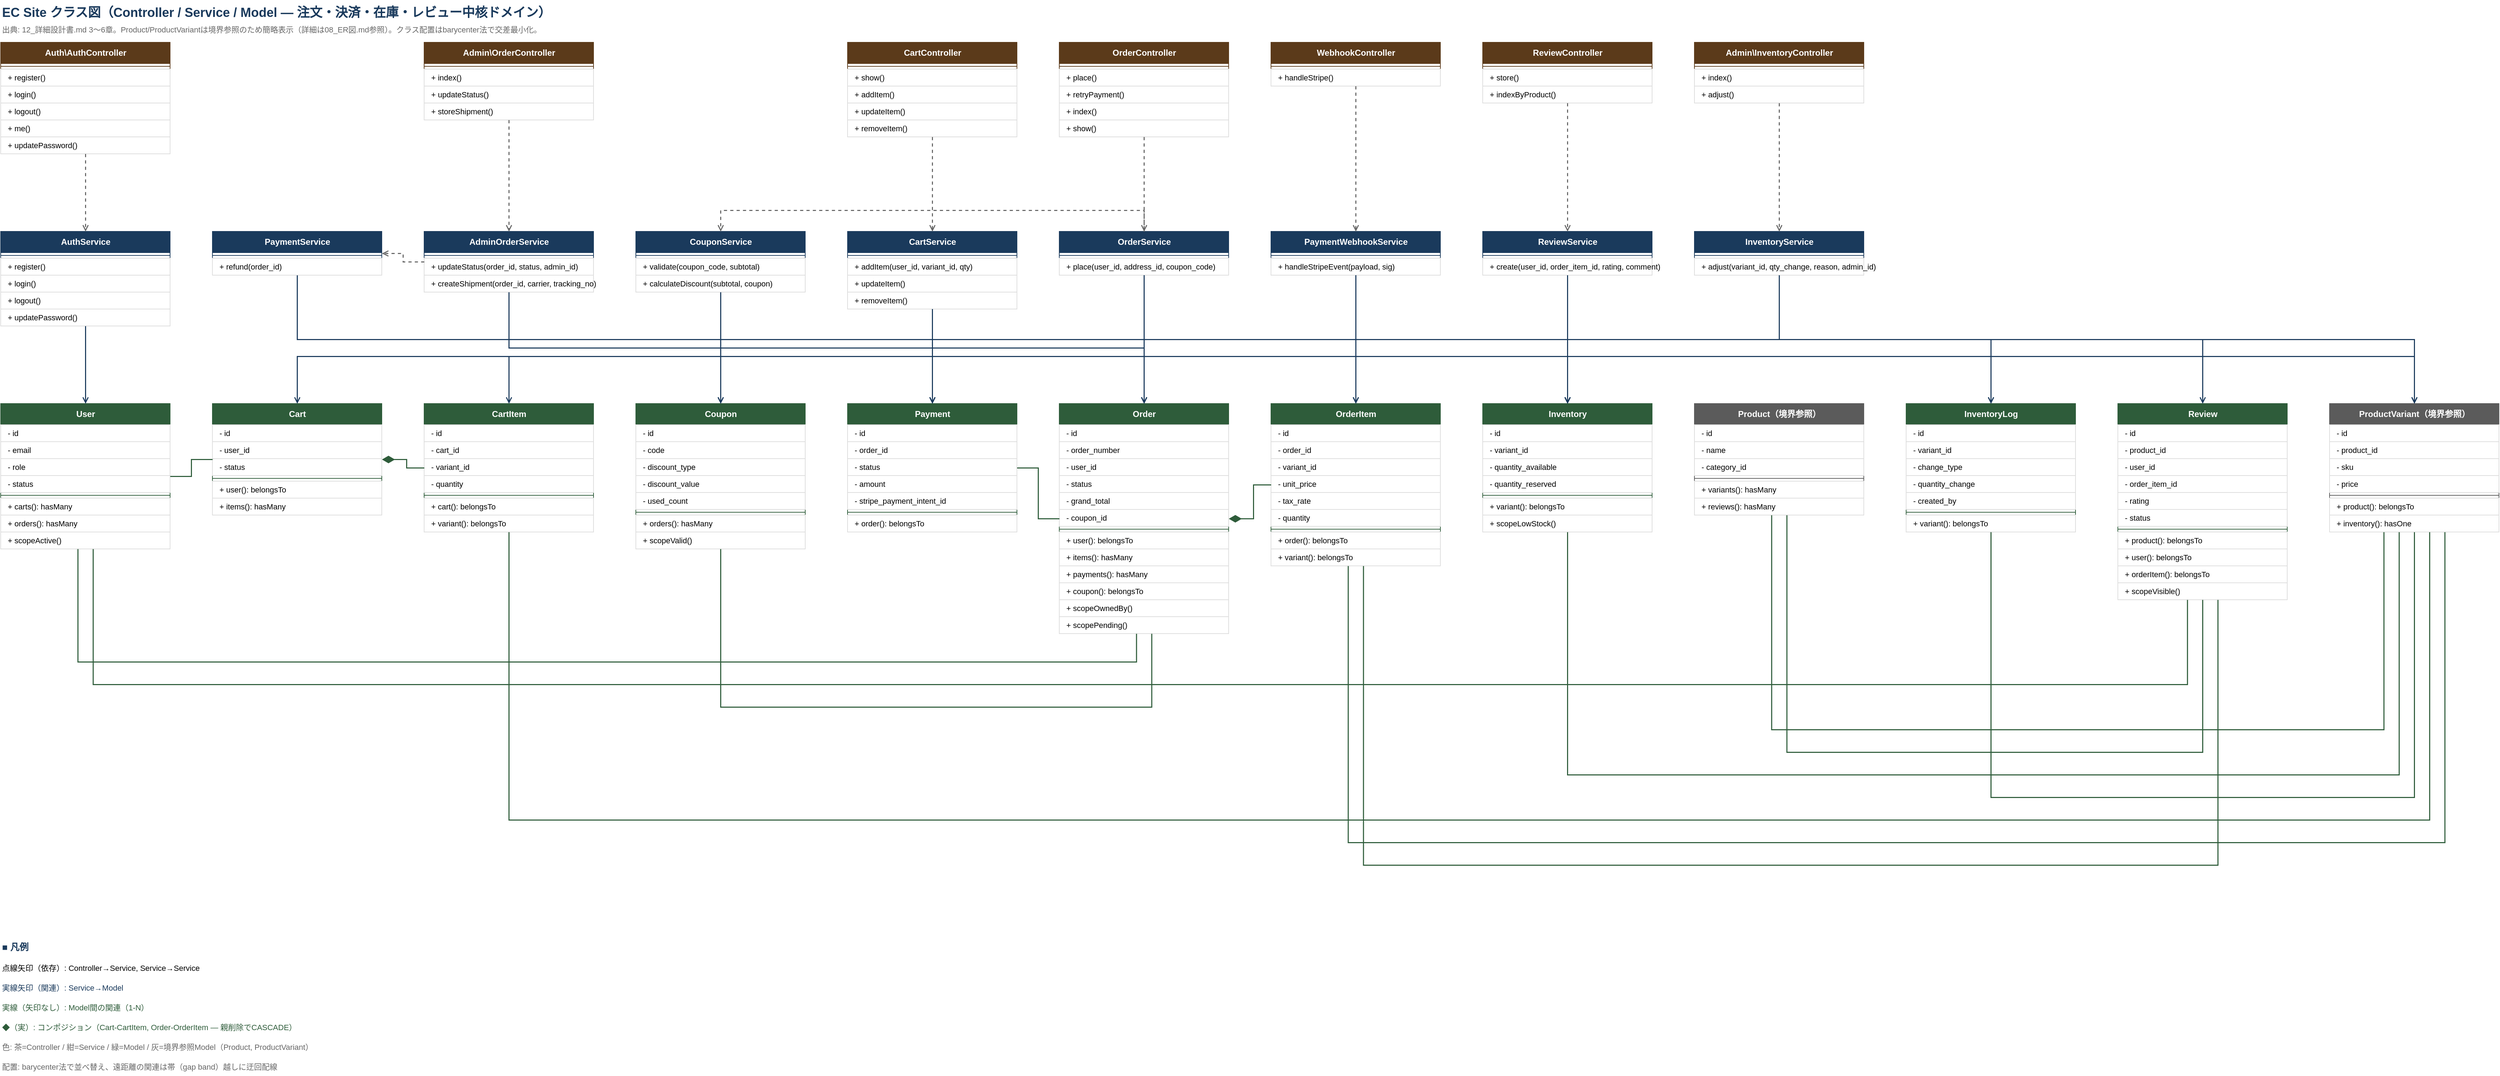
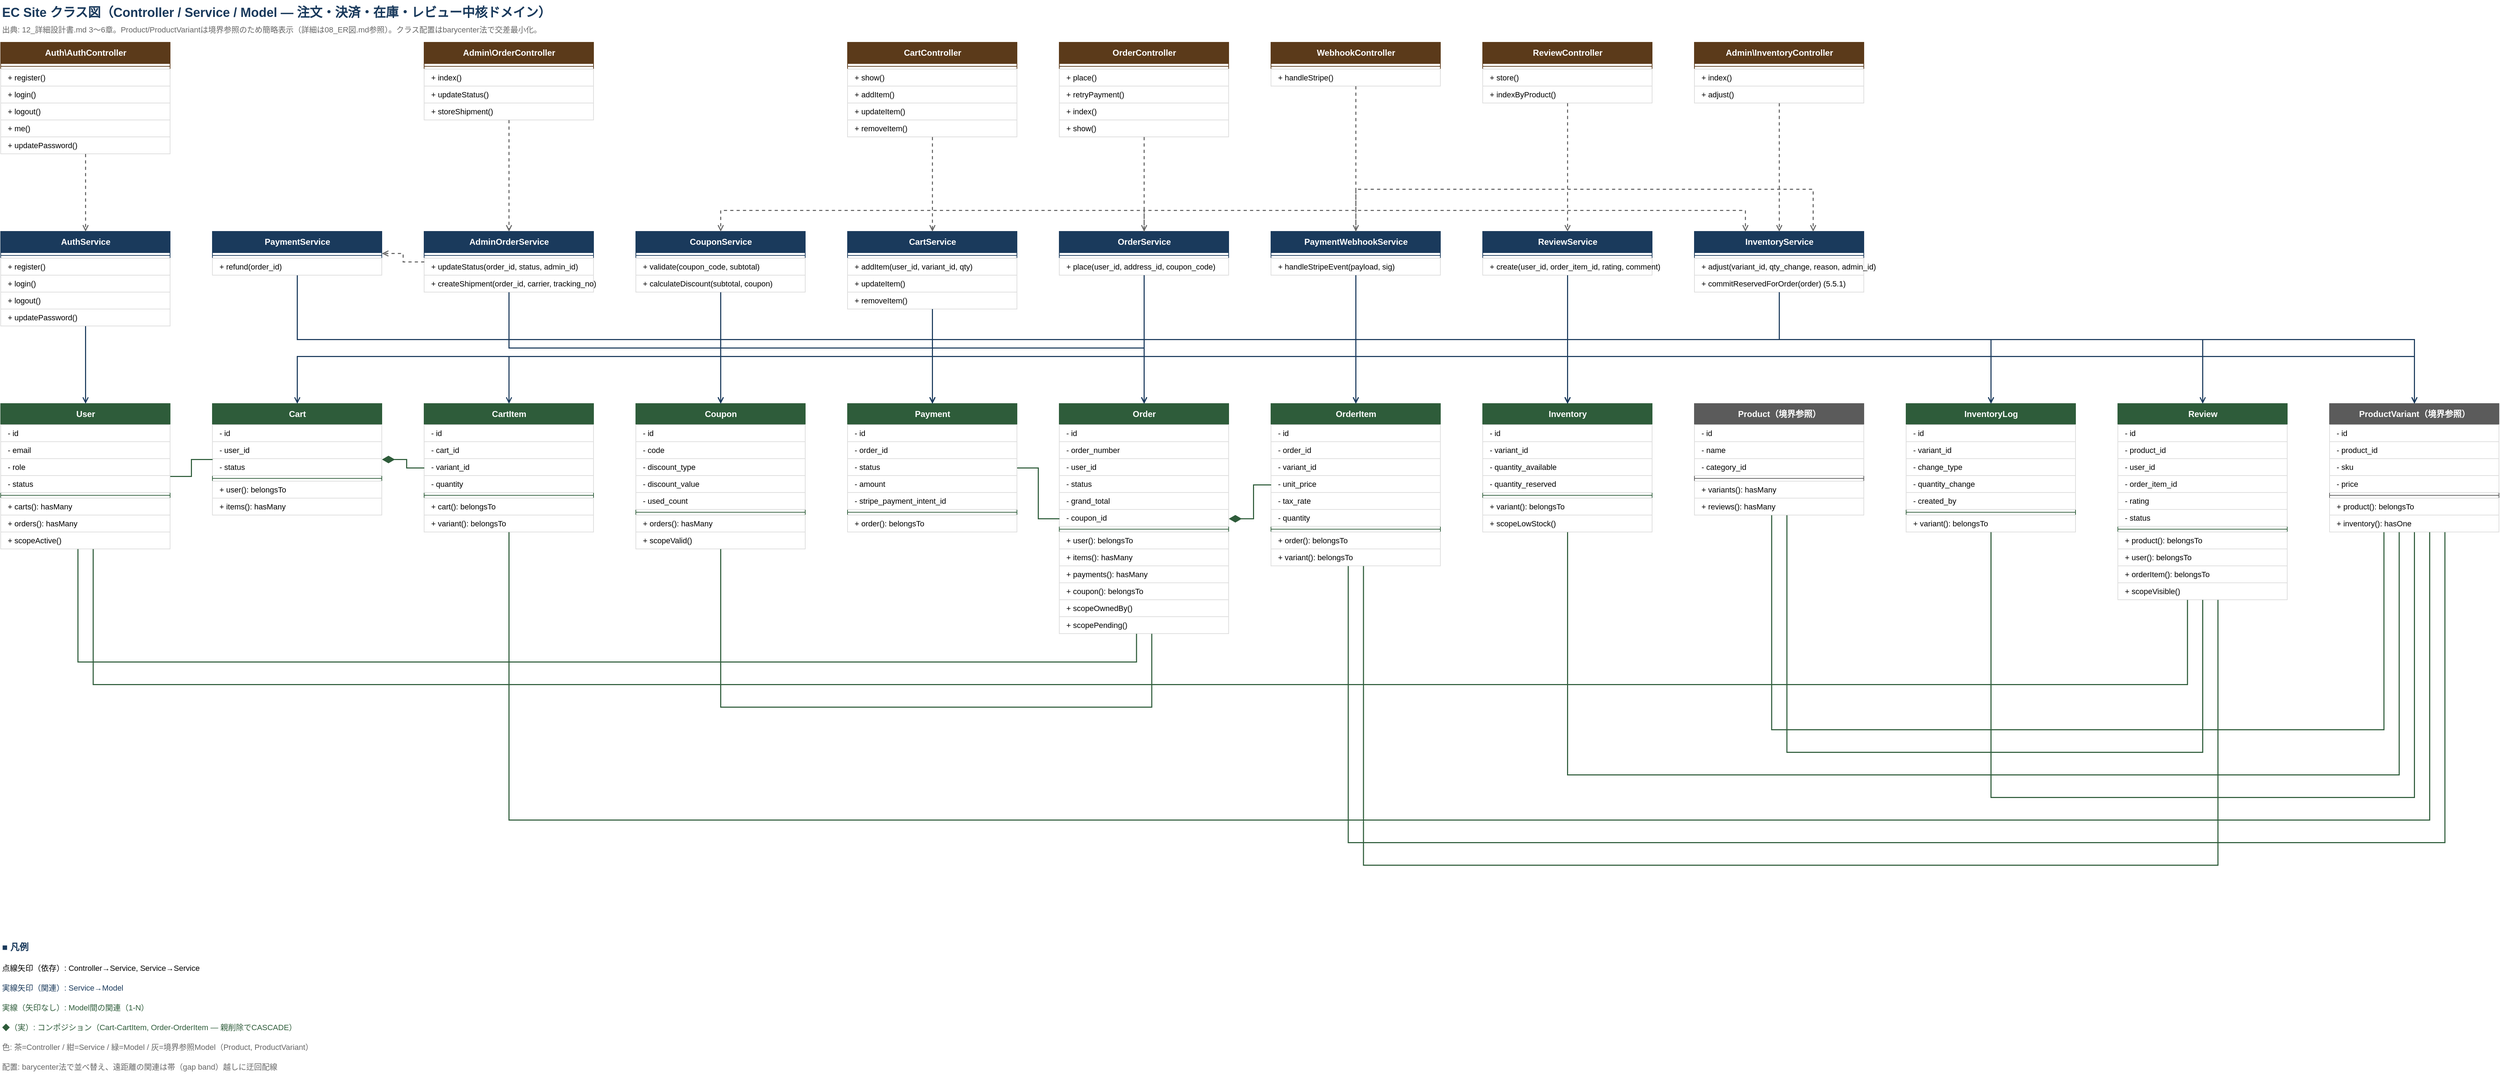
<mxfile host="claude-code">
    <diagram id="ec-site-class-v2" name="クラス図">
        <mxGraphModel dx="1800" dy="1300" grid="1" gridSize="10" guides="1" tooltips="1" connect="1" arrows="1" fold="1" page="1" pageScale="1" pageWidth="3620" pageHeight="1560" math="0" shadow="0">
            <root>
                <mxCell id="0"/>
                <mxCell id="1" parent="0"/>
        <mxCell id="title" value="EC Site クラス図（Controller / Service / Model — 注文・決済・在庫・レビュー中核ドメイン）" style="text;html=1;fontSize=18;fontStyle=1;fontColor=#1a3a5c;align=left;verticalAlign=middle;" vertex="1" parent="1">
          <mxGeometry x="40" y="10" width="1100" height="36" as="geometry"/>
        </mxCell>
        <mxCell id="subtitle" value="出典: 12_詳細設計書.md 3〜6章。Product/ProductVariantは境界参照のため簡略表示（詳細は08_ER図.md参照）。クラス配置はbarycenter法で交差最小化。" style="text;html=1;fontSize=11;fontColor=#666666;align=left;verticalAlign=middle;" vertex="1" parent="1">
          <mxGeometry x="40" y="42" width="1100" height="20" as="geometry"/>
        </mxCell>
        <mxCell id="AuthController" value="Auth\AuthController" style="swimlane;html=1;startSize=30;fillColor=#5b3a1a;fontColor=#ffffff;fontStyle=1;fontSize=12;strokeColor=#5b3a1a;swimlaneFillColor=#ffffff;rounded=0;" vertex="1" parent="1">
          <mxGeometry x="40" y="70" width="240" height="158" as="geometry"/>
        </mxCell>
        <mxCell id="AuthController_div" value="" style="line;strokeWidth=1;html=1;fillColor=none;strokeColor=#5b3a1a;" vertex="1" parent="AuthController">
          <mxGeometry y="30" width="240" height="8" as="geometry"/>
        </mxCell>
        <mxCell id="AuthController_m0" value="+ register()" style="rounded=0;whiteSpace=nowrap;html=1;align=left;verticalAlign=middle;spacingLeft=8;fontSize=11;fillColor=#ffffff;strokeColor=#dddddd;" vertex="1" parent="AuthController">
          <mxGeometry y="38" width="240" height="24" as="geometry"/>
        </mxCell>
        <mxCell id="AuthController_m1" value="+ login()" style="rounded=0;whiteSpace=nowrap;html=1;align=left;verticalAlign=middle;spacingLeft=8;fontSize=11;fillColor=#ffffff;strokeColor=#dddddd;" vertex="1" parent="AuthController">
          <mxGeometry y="62" width="240" height="24" as="geometry"/>
        </mxCell>
        <mxCell id="AuthController_m2" value="+ logout()" style="rounded=0;whiteSpace=nowrap;html=1;align=left;verticalAlign=middle;spacingLeft=8;fontSize=11;fillColor=#ffffff;strokeColor=#dddddd;" vertex="1" parent="AuthController">
          <mxGeometry y="86" width="240" height="24" as="geometry"/>
        </mxCell>
        <mxCell id="AuthController_m3" value="+ me()" style="rounded=0;whiteSpace=nowrap;html=1;align=left;verticalAlign=middle;spacingLeft=8;fontSize=11;fillColor=#ffffff;strokeColor=#dddddd;" vertex="1" parent="AuthController">
          <mxGeometry y="110" width="240" height="24" as="geometry"/>
        </mxCell>
        <mxCell id="AuthController_m4" value="+ updatePassword()" style="rounded=0;whiteSpace=nowrap;html=1;align=left;verticalAlign=middle;spacingLeft=8;fontSize=11;fillColor=#ffffff;strokeColor=#dddddd;" vertex="1" parent="AuthController">
          <mxGeometry y="134" width="240" height="24" as="geometry"/>
        </mxCell>
        <mxCell id="CartController" value="CartController" style="swimlane;html=1;startSize=30;fillColor=#5b3a1a;fontColor=#ffffff;fontStyle=1;fontSize=12;strokeColor=#5b3a1a;swimlaneFillColor=#ffffff;rounded=0;" vertex="1" parent="1">
          <mxGeometry x="1240" y="70" width="240" height="134" as="geometry"/>
        </mxCell>
        <mxCell id="CartController_div" value="" style="line;strokeWidth=1;html=1;fillColor=none;strokeColor=#5b3a1a;" vertex="1" parent="CartController">
          <mxGeometry y="30" width="240" height="8" as="geometry"/>
        </mxCell>
        <mxCell id="CartController_m0" value="+ show()" style="rounded=0;whiteSpace=nowrap;html=1;align=left;verticalAlign=middle;spacingLeft=8;fontSize=11;fillColor=#ffffff;strokeColor=#dddddd;" vertex="1" parent="CartController">
          <mxGeometry y="38" width="240" height="24" as="geometry"/>
        </mxCell>
        <mxCell id="CartController_m1" value="+ addItem()" style="rounded=0;whiteSpace=nowrap;html=1;align=left;verticalAlign=middle;spacingLeft=8;fontSize=11;fillColor=#ffffff;strokeColor=#dddddd;" vertex="1" parent="CartController">
          <mxGeometry y="62" width="240" height="24" as="geometry"/>
        </mxCell>
        <mxCell id="CartController_m2" value="+ updateItem()" style="rounded=0;whiteSpace=nowrap;html=1;align=left;verticalAlign=middle;spacingLeft=8;fontSize=11;fillColor=#ffffff;strokeColor=#dddddd;" vertex="1" parent="CartController">
          <mxGeometry y="86" width="240" height="24" as="geometry"/>
        </mxCell>
        <mxCell id="CartController_m3" value="+ removeItem()" style="rounded=0;whiteSpace=nowrap;html=1;align=left;verticalAlign=middle;spacingLeft=8;fontSize=11;fillColor=#ffffff;strokeColor=#dddddd;" vertex="1" parent="CartController">
          <mxGeometry y="110" width="240" height="24" as="geometry"/>
        </mxCell>
        <mxCell id="OrderController" value="OrderController" style="swimlane;html=1;startSize=30;fillColor=#5b3a1a;fontColor=#ffffff;fontStyle=1;fontSize=12;strokeColor=#5b3a1a;swimlaneFillColor=#ffffff;rounded=0;" vertex="1" parent="1">
          <mxGeometry x="1540" y="70" width="240" height="134" as="geometry"/>
        </mxCell>
        <mxCell id="OrderController_div" value="" style="line;strokeWidth=1;html=1;fillColor=none;strokeColor=#5b3a1a;" vertex="1" parent="OrderController">
          <mxGeometry y="30" width="240" height="8" as="geometry"/>
        </mxCell>
        <mxCell id="OrderController_m0" value="+ place()" style="rounded=0;whiteSpace=nowrap;html=1;align=left;verticalAlign=middle;spacingLeft=8;fontSize=11;fillColor=#ffffff;strokeColor=#dddddd;" vertex="1" parent="OrderController">
          <mxGeometry y="38" width="240" height="24" as="geometry"/>
        </mxCell>
        <mxCell id="OrderController_m1" value="+ retryPayment()" style="rounded=0;whiteSpace=nowrap;html=1;align=left;verticalAlign=middle;spacingLeft=8;fontSize=11;fillColor=#ffffff;strokeColor=#dddddd;" vertex="1" parent="OrderController">
          <mxGeometry y="62" width="240" height="24" as="geometry"/>
        </mxCell>
        <mxCell id="OrderController_m2" value="+ index()" style="rounded=0;whiteSpace=nowrap;html=1;align=left;verticalAlign=middle;spacingLeft=8;fontSize=11;fillColor=#ffffff;strokeColor=#dddddd;" vertex="1" parent="OrderController">
          <mxGeometry y="86" width="240" height="24" as="geometry"/>
        </mxCell>
        <mxCell id="OrderController_m3" value="+ show()" style="rounded=0;whiteSpace=nowrap;html=1;align=left;verticalAlign=middle;spacingLeft=8;fontSize=11;fillColor=#ffffff;strokeColor=#dddddd;" vertex="1" parent="OrderController">
          <mxGeometry y="110" width="240" height="24" as="geometry"/>
        </mxCell>
        <mxCell id="WebhookController" value="WebhookController" style="swimlane;html=1;startSize=30;fillColor=#5b3a1a;fontColor=#ffffff;fontStyle=1;fontSize=12;strokeColor=#5b3a1a;swimlaneFillColor=#ffffff;rounded=0;" vertex="1" parent="1">
          <mxGeometry x="1840" y="70" width="240" height="62" as="geometry"/>
        </mxCell>
        <mxCell id="WebhookController_div" value="" style="line;strokeWidth=1;html=1;fillColor=none;strokeColor=#5b3a1a;" vertex="1" parent="WebhookController">
          <mxGeometry y="30" width="240" height="8" as="geometry"/>
        </mxCell>
        <mxCell id="WebhookController_m0" value="+ handleStripe()" style="rounded=0;whiteSpace=nowrap;html=1;align=left;verticalAlign=middle;spacingLeft=8;fontSize=11;fillColor=#ffffff;strokeColor=#dddddd;" vertex="1" parent="WebhookController">
          <mxGeometry y="38" width="240" height="24" as="geometry"/>
        </mxCell>
        <mxCell id="ReviewController" value="ReviewController" style="swimlane;html=1;startSize=30;fillColor=#5b3a1a;fontColor=#ffffff;fontStyle=1;fontSize=12;strokeColor=#5b3a1a;swimlaneFillColor=#ffffff;rounded=0;" vertex="1" parent="1">
          <mxGeometry x="2140" y="70" width="240" height="86" as="geometry"/>
        </mxCell>
        <mxCell id="ReviewController_div" value="" style="line;strokeWidth=1;html=1;fillColor=none;strokeColor=#5b3a1a;" vertex="1" parent="ReviewController">
          <mxGeometry y="30" width="240" height="8" as="geometry"/>
        </mxCell>
        <mxCell id="ReviewController_m0" value="+ store()" style="rounded=0;whiteSpace=nowrap;html=1;align=left;verticalAlign=middle;spacingLeft=8;fontSize=11;fillColor=#ffffff;strokeColor=#dddddd;" vertex="1" parent="ReviewController">
          <mxGeometry y="38" width="240" height="24" as="geometry"/>
        </mxCell>
        <mxCell id="ReviewController_m1" value="+ indexByProduct()" style="rounded=0;whiteSpace=nowrap;html=1;align=left;verticalAlign=middle;spacingLeft=8;fontSize=11;fillColor=#ffffff;strokeColor=#dddddd;" vertex="1" parent="ReviewController">
          <mxGeometry y="62" width="240" height="24" as="geometry"/>
        </mxCell>
        <mxCell id="AdminInventoryController" value="Admin\InventoryController" style="swimlane;html=1;startSize=30;fillColor=#5b3a1a;fontColor=#ffffff;fontStyle=1;fontSize=12;strokeColor=#5b3a1a;swimlaneFillColor=#ffffff;rounded=0;" vertex="1" parent="1">
          <mxGeometry x="2440" y="70" width="240" height="86" as="geometry"/>
        </mxCell>
        <mxCell id="AdminInventoryController_div" value="" style="line;strokeWidth=1;html=1;fillColor=none;strokeColor=#5b3a1a;" vertex="1" parent="AdminInventoryController">
          <mxGeometry y="30" width="240" height="8" as="geometry"/>
        </mxCell>
        <mxCell id="AdminInventoryController_m0" value="+ index()" style="rounded=0;whiteSpace=nowrap;html=1;align=left;verticalAlign=middle;spacingLeft=8;fontSize=11;fillColor=#ffffff;strokeColor=#dddddd;" vertex="1" parent="AdminInventoryController">
          <mxGeometry y="38" width="240" height="24" as="geometry"/>
        </mxCell>
        <mxCell id="AdminInventoryController_m1" value="+ adjust()" style="rounded=0;whiteSpace=nowrap;html=1;align=left;verticalAlign=middle;spacingLeft=8;fontSize=11;fillColor=#ffffff;strokeColor=#dddddd;" vertex="1" parent="AdminInventoryController">
          <mxGeometry y="62" width="240" height="24" as="geometry"/>
        </mxCell>
        <mxCell id="AdminOrderController" value="Admin\OrderController" style="swimlane;html=1;startSize=30;fillColor=#5b3a1a;fontColor=#ffffff;fontStyle=1;fontSize=12;strokeColor=#5b3a1a;swimlaneFillColor=#ffffff;rounded=0;" vertex="1" parent="1">
          <mxGeometry x="640" y="70" width="240" height="110" as="geometry"/>
        </mxCell>
        <mxCell id="AdminOrderController_div" value="" style="line;strokeWidth=1;html=1;fillColor=none;strokeColor=#5b3a1a;" vertex="1" parent="AdminOrderController">
          <mxGeometry y="30" width="240" height="8" as="geometry"/>
        </mxCell>
        <mxCell id="AdminOrderController_m0" value="+ index()" style="rounded=0;whiteSpace=nowrap;html=1;align=left;verticalAlign=middle;spacingLeft=8;fontSize=11;fillColor=#ffffff;strokeColor=#dddddd;" vertex="1" parent="AdminOrderController">
          <mxGeometry y="38" width="240" height="24" as="geometry"/>
        </mxCell>
        <mxCell id="AdminOrderController_m1" value="+ updateStatus()" style="rounded=0;whiteSpace=nowrap;html=1;align=left;verticalAlign=middle;spacingLeft=8;fontSize=11;fillColor=#ffffff;strokeColor=#dddddd;" vertex="1" parent="AdminOrderController">
          <mxGeometry y="62" width="240" height="24" as="geometry"/>
        </mxCell>
        <mxCell id="AdminOrderController_m2" value="+ storeShipment()" style="rounded=0;whiteSpace=nowrap;html=1;align=left;verticalAlign=middle;spacingLeft=8;fontSize=11;fillColor=#ffffff;strokeColor=#dddddd;" vertex="1" parent="AdminOrderController">
          <mxGeometry y="86" width="240" height="24" as="geometry"/>
        </mxCell>
        <mxCell id="AuthService" value="AuthService" style="swimlane;html=1;startSize=30;fillColor=#1a3a5c;fontColor=#ffffff;fontStyle=1;fontSize=12;strokeColor=#1a3a5c;swimlaneFillColor=#ffffff;rounded=0;" vertex="1" parent="1">
          <mxGeometry x="40" y="338" width="240" height="134" as="geometry"/>
        </mxCell>
        <mxCell id="AuthService_div" value="" style="line;strokeWidth=1;html=1;fillColor=none;strokeColor=#1a3a5c;" vertex="1" parent="AuthService">
          <mxGeometry y="30" width="240" height="8" as="geometry"/>
        </mxCell>
        <mxCell id="AuthService_m0" value="+ register()" style="rounded=0;whiteSpace=nowrap;html=1;align=left;verticalAlign=middle;spacingLeft=8;fontSize=11;fillColor=#ffffff;strokeColor=#dddddd;" vertex="1" parent="AuthService">
          <mxGeometry y="38" width="240" height="24" as="geometry"/>
        </mxCell>
        <mxCell id="AuthService_m1" value="+ login()" style="rounded=0;whiteSpace=nowrap;html=1;align=left;verticalAlign=middle;spacingLeft=8;fontSize=11;fillColor=#ffffff;strokeColor=#dddddd;" vertex="1" parent="AuthService">
          <mxGeometry y="62" width="240" height="24" as="geometry"/>
        </mxCell>
        <mxCell id="AuthService_m2" value="+ logout()" style="rounded=0;whiteSpace=nowrap;html=1;align=left;verticalAlign=middle;spacingLeft=8;fontSize=11;fillColor=#ffffff;strokeColor=#dddddd;" vertex="1" parent="AuthService">
          <mxGeometry y="86" width="240" height="24" as="geometry"/>
        </mxCell>
        <mxCell id="AuthService_m3" value="+ updatePassword()" style="rounded=0;whiteSpace=nowrap;html=1;align=left;verticalAlign=middle;spacingLeft=8;fontSize=11;fillColor=#ffffff;strokeColor=#dddddd;" vertex="1" parent="AuthService">
          <mxGeometry y="110" width="240" height="24" as="geometry"/>
        </mxCell>
        <mxCell id="CartService" value="CartService" style="swimlane;html=1;startSize=30;fillColor=#1a3a5c;fontColor=#ffffff;fontStyle=1;fontSize=12;strokeColor=#1a3a5c;swimlaneFillColor=#ffffff;rounded=0;" vertex="1" parent="1">
          <mxGeometry x="1240" y="338" width="240" height="110" as="geometry"/>
        </mxCell>
        <mxCell id="CartService_div" value="" style="line;strokeWidth=1;html=1;fillColor=none;strokeColor=#1a3a5c;" vertex="1" parent="CartService">
          <mxGeometry y="30" width="240" height="8" as="geometry"/>
        </mxCell>
        <mxCell id="CartService_m0" value="+ addItem(user_id, variant_id, qty)" style="rounded=0;whiteSpace=nowrap;html=1;align=left;verticalAlign=middle;spacingLeft=8;fontSize=11;fillColor=#ffffff;strokeColor=#dddddd;" vertex="1" parent="CartService">
          <mxGeometry y="38" width="240" height="24" as="geometry"/>
        </mxCell>
        <mxCell id="CartService_m1" value="+ updateItem()" style="rounded=0;whiteSpace=nowrap;html=1;align=left;verticalAlign=middle;spacingLeft=8;fontSize=11;fillColor=#ffffff;strokeColor=#dddddd;" vertex="1" parent="CartService">
          <mxGeometry y="62" width="240" height="24" as="geometry"/>
        </mxCell>
        <mxCell id="CartService_m2" value="+ removeItem()" style="rounded=0;whiteSpace=nowrap;html=1;align=left;verticalAlign=middle;spacingLeft=8;fontSize=11;fillColor=#ffffff;strokeColor=#dddddd;" vertex="1" parent="CartService">
          <mxGeometry y="86" width="240" height="24" as="geometry"/>
        </mxCell>
        <mxCell id="OrderService" value="OrderService" style="swimlane;html=1;startSize=30;fillColor=#1a3a5c;fontColor=#ffffff;fontStyle=1;fontSize=12;strokeColor=#1a3a5c;swimlaneFillColor=#ffffff;rounded=0;" vertex="1" parent="1">
          <mxGeometry x="1540" y="338" width="240" height="62" as="geometry"/>
        </mxCell>
        <mxCell id="OrderService_div" value="" style="line;strokeWidth=1;html=1;fillColor=none;strokeColor=#1a3a5c;" vertex="1" parent="OrderService">
          <mxGeometry y="30" width="240" height="8" as="geometry"/>
        </mxCell>
        <mxCell id="OrderService_m0" value="+ place(user_id, address_id, coupon_code)" style="rounded=0;whiteSpace=nowrap;html=1;align=left;verticalAlign=middle;spacingLeft=8;fontSize=11;fillColor=#ffffff;strokeColor=#dddddd;" vertex="1" parent="OrderService">
          <mxGeometry y="38" width="240" height="24" as="geometry"/>
        </mxCell>
        <mxCell id="PaymentWebhookService" value="PaymentWebhookService" style="swimlane;html=1;startSize=30;fillColor=#1a3a5c;fontColor=#ffffff;fontStyle=1;fontSize=12;strokeColor=#1a3a5c;swimlaneFillColor=#ffffff;rounded=0;" vertex="1" parent="1">
          <mxGeometry x="1840" y="338" width="240" height="62" as="geometry"/>
        </mxCell>
        <mxCell id="PaymentWebhookService_div" value="" style="line;strokeWidth=1;html=1;fillColor=none;strokeColor=#1a3a5c;" vertex="1" parent="PaymentWebhookService">
          <mxGeometry y="30" width="240" height="8" as="geometry"/>
        </mxCell>
        <mxCell id="PaymentWebhookService_m0" value="+ handleStripeEvent(payload, sig)" style="rounded=0;whiteSpace=nowrap;html=1;align=left;verticalAlign=middle;spacingLeft=8;fontSize=11;fillColor=#ffffff;strokeColor=#dddddd;" vertex="1" parent="PaymentWebhookService">
          <mxGeometry y="38" width="240" height="24" as="geometry"/>
        </mxCell>
        <mxCell id="ReviewService" value="ReviewService" style="swimlane;html=1;startSize=30;fillColor=#1a3a5c;fontColor=#ffffff;fontStyle=1;fontSize=12;strokeColor=#1a3a5c;swimlaneFillColor=#ffffff;rounded=0;" vertex="1" parent="1">
          <mxGeometry x="2140" y="338" width="240" height="62" as="geometry"/>
        </mxCell>
        <mxCell id="ReviewService_div" value="" style="line;strokeWidth=1;html=1;fillColor=none;strokeColor=#1a3a5c;" vertex="1" parent="ReviewService">
          <mxGeometry y="30" width="240" height="8" as="geometry"/>
        </mxCell>
        <mxCell id="ReviewService_m0" value="+ create(user_id, order_item_id, rating, comment)" style="rounded=0;whiteSpace=nowrap;html=1;align=left;verticalAlign=middle;spacingLeft=8;fontSize=11;fillColor=#ffffff;strokeColor=#dddddd;" vertex="1" parent="ReviewService">
          <mxGeometry y="38" width="240" height="24" as="geometry"/>
        </mxCell>
        <mxCell id="InventoryService" value="InventoryService" style="swimlane;html=1;startSize=30;fillColor=#1a3a5c;fontColor=#ffffff;fontStyle=1;fontSize=12;strokeColor=#1a3a5c;swimlaneFillColor=#ffffff;rounded=0;" vertex="1" parent="1">
-           <mxGeometry x="2440" y="338" width="240" height="62" as="geometry"/>
+           <mxGeometry x="2440" y="338" width="240" height="86" as="geometry"/>
        </mxCell>
        <mxCell id="InventoryService_div" value="" style="line;strokeWidth=1;html=1;fillColor=none;strokeColor=#1a3a5c;" vertex="1" parent="InventoryService">
          <mxGeometry y="30" width="240" height="8" as="geometry"/>
        </mxCell>
        <mxCell id="InventoryService_m0" value="+ adjust(variant_id, qty_change, reason, admin_id)" style="rounded=0;whiteSpace=nowrap;html=1;align=left;verticalAlign=middle;spacingLeft=8;fontSize=11;fillColor=#ffffff;strokeColor=#dddddd;" vertex="1" parent="InventoryService">
          <mxGeometry y="38" width="240" height="24" as="geometry"/>
+         </mxCell>
+         <mxCell id="InventoryService_m1" value="+ commitReservedForOrder(order)  (5.5.1)" style="rounded=0;whiteSpace=nowrap;html=1;align=left;verticalAlign=middle;spacingLeft=8;fontSize=11;fillColor=#ffffff;strokeColor=#dddddd;" vertex="1" parent="InventoryService">
+           <mxGeometry y="62" width="240" height="24" as="geometry"/>
        </mxCell>
        <mxCell id="AdminOrderService" value="AdminOrderService" style="swimlane;html=1;startSize=30;fillColor=#1a3a5c;fontColor=#ffffff;fontStyle=1;fontSize=12;strokeColor=#1a3a5c;swimlaneFillColor=#ffffff;rounded=0;" vertex="1" parent="1">
          <mxGeometry x="640" y="338" width="240" height="86" as="geometry"/>
        </mxCell>
        <mxCell id="AdminOrderService_div" value="" style="line;strokeWidth=1;html=1;fillColor=none;strokeColor=#1a3a5c;" vertex="1" parent="AdminOrderService">
          <mxGeometry y="30" width="240" height="8" as="geometry"/>
        </mxCell>
        <mxCell id="AdminOrderService_m0" value="+ updateStatus(order_id, status, admin_id)" style="rounded=0;whiteSpace=nowrap;html=1;align=left;verticalAlign=middle;spacingLeft=8;fontSize=11;fillColor=#ffffff;strokeColor=#dddddd;" vertex="1" parent="AdminOrderService">
          <mxGeometry y="38" width="240" height="24" as="geometry"/>
        </mxCell>
        <mxCell id="AdminOrderService_m1" value="+ createShipment(order_id, carrier, tracking_no)" style="rounded=0;whiteSpace=nowrap;html=1;align=left;verticalAlign=middle;spacingLeft=8;fontSize=11;fillColor=#ffffff;strokeColor=#dddddd;" vertex="1" parent="AdminOrderService">
          <mxGeometry y="62" width="240" height="24" as="geometry"/>
        </mxCell>
        <mxCell id="CouponService" value="CouponService" style="swimlane;html=1;startSize=30;fillColor=#1a3a5c;fontColor=#ffffff;fontStyle=1;fontSize=12;strokeColor=#1a3a5c;swimlaneFillColor=#ffffff;rounded=0;" vertex="1" parent="1">
          <mxGeometry x="940" y="338" width="240" height="86" as="geometry"/>
        </mxCell>
        <mxCell id="CouponService_div" value="" style="line;strokeWidth=1;html=1;fillColor=none;strokeColor=#1a3a5c;" vertex="1" parent="CouponService">
          <mxGeometry y="30" width="240" height="8" as="geometry"/>
        </mxCell>
        <mxCell id="CouponService_m0" value="+ validate(coupon_code, subtotal)" style="rounded=0;whiteSpace=nowrap;html=1;align=left;verticalAlign=middle;spacingLeft=8;fontSize=11;fillColor=#ffffff;strokeColor=#dddddd;" vertex="1" parent="CouponService">
          <mxGeometry y="38" width="240" height="24" as="geometry"/>
        </mxCell>
        <mxCell id="CouponService_m1" value="+ calculateDiscount(subtotal, coupon)" style="rounded=0;whiteSpace=nowrap;html=1;align=left;verticalAlign=middle;spacingLeft=8;fontSize=11;fillColor=#ffffff;strokeColor=#dddddd;" vertex="1" parent="CouponService">
          <mxGeometry y="62" width="240" height="24" as="geometry"/>
        </mxCell>
        <mxCell id="PaymentService" value="PaymentService" style="swimlane;html=1;startSize=30;fillColor=#1a3a5c;fontColor=#ffffff;fontStyle=1;fontSize=12;strokeColor=#1a3a5c;swimlaneFillColor=#ffffff;rounded=0;" vertex="1" parent="1">
          <mxGeometry x="340" y="338" width="240" height="62" as="geometry"/>
        </mxCell>
        <mxCell id="PaymentService_div" value="" style="line;strokeWidth=1;html=1;fillColor=none;strokeColor=#1a3a5c;" vertex="1" parent="PaymentService">
          <mxGeometry y="30" width="240" height="8" as="geometry"/>
        </mxCell>
        <mxCell id="PaymentService_m0" value="+ refund(order_id)" style="rounded=0;whiteSpace=nowrap;html=1;align=left;verticalAlign=middle;spacingLeft=8;fontSize=11;fillColor=#ffffff;strokeColor=#dddddd;" vertex="1" parent="PaymentService">
          <mxGeometry y="38" width="240" height="24" as="geometry"/>
        </mxCell>
        <mxCell id="User" value="User" style="swimlane;html=1;startSize=30;fillColor=#2e5c3a;fontColor=#ffffff;fontStyle=1;fontSize=12;strokeColor=#2e5c3a;swimlaneFillColor=#ffffff;rounded=0;" vertex="1" parent="1">
          <mxGeometry x="40" y="582" width="240" height="206" as="geometry"/>
        </mxCell>
        <mxCell id="User_f0" value="- id" style="rounded=0;whiteSpace=nowrap;html=1;align=left;verticalAlign=middle;spacingLeft=8;fontSize=11;fillColor=#ffffff;strokeColor=#dddddd;" vertex="1" parent="User">
          <mxGeometry y="30" width="240" height="24" as="geometry"/>
        </mxCell>
        <mxCell id="User_f1" value="- email" style="rounded=0;whiteSpace=nowrap;html=1;align=left;verticalAlign=middle;spacingLeft=8;fontSize=11;fillColor=#ffffff;strokeColor=#dddddd;" vertex="1" parent="User">
          <mxGeometry y="54" width="240" height="24" as="geometry"/>
        </mxCell>
        <mxCell id="User_f2" value="- role" style="rounded=0;whiteSpace=nowrap;html=1;align=left;verticalAlign=middle;spacingLeft=8;fontSize=11;fillColor=#ffffff;strokeColor=#dddddd;" vertex="1" parent="User">
          <mxGeometry y="78" width="240" height="24" as="geometry"/>
        </mxCell>
        <mxCell id="User_f3" value="- status" style="rounded=0;whiteSpace=nowrap;html=1;align=left;verticalAlign=middle;spacingLeft=8;fontSize=11;fillColor=#ffffff;strokeColor=#dddddd;" vertex="1" parent="User">
          <mxGeometry y="102" width="240" height="24" as="geometry"/>
        </mxCell>
        <mxCell id="User_div" value="" style="line;strokeWidth=1;html=1;fillColor=none;strokeColor=#2e5c3a;" vertex="1" parent="User">
          <mxGeometry y="126" width="240" height="8" as="geometry"/>
        </mxCell>
        <mxCell id="User_m0" value="+ carts(): hasMany" style="rounded=0;whiteSpace=nowrap;html=1;align=left;verticalAlign=middle;spacingLeft=8;fontSize=11;fillColor=#ffffff;strokeColor=#dddddd;" vertex="1" parent="User">
          <mxGeometry y="134" width="240" height="24" as="geometry"/>
        </mxCell>
        <mxCell id="User_m1" value="+ orders(): hasMany" style="rounded=0;whiteSpace=nowrap;html=1;align=left;verticalAlign=middle;spacingLeft=8;fontSize=11;fillColor=#ffffff;strokeColor=#dddddd;" vertex="1" parent="User">
          <mxGeometry y="158" width="240" height="24" as="geometry"/>
        </mxCell>
        <mxCell id="User_m2" value="+ scopeActive()" style="rounded=0;whiteSpace=nowrap;html=1;align=left;verticalAlign=middle;spacingLeft=8;fontSize=11;fillColor=#ffffff;strokeColor=#dddddd;" vertex="1" parent="User">
          <mxGeometry y="182" width="240" height="24" as="geometry"/>
        </mxCell>
        <mxCell id="Cart" value="Cart" style="swimlane;html=1;startSize=30;fillColor=#2e5c3a;fontColor=#ffffff;fontStyle=1;fontSize=12;strokeColor=#2e5c3a;swimlaneFillColor=#ffffff;rounded=0;" vertex="1" parent="1">
          <mxGeometry x="340" y="582" width="240" height="158" as="geometry"/>
        </mxCell>
        <mxCell id="Cart_f0" value="- id" style="rounded=0;whiteSpace=nowrap;html=1;align=left;verticalAlign=middle;spacingLeft=8;fontSize=11;fillColor=#ffffff;strokeColor=#dddddd;" vertex="1" parent="Cart">
          <mxGeometry y="30" width="240" height="24" as="geometry"/>
        </mxCell>
        <mxCell id="Cart_f1" value="- user_id" style="rounded=0;whiteSpace=nowrap;html=1;align=left;verticalAlign=middle;spacingLeft=8;fontSize=11;fillColor=#ffffff;strokeColor=#dddddd;" vertex="1" parent="Cart">
          <mxGeometry y="54" width="240" height="24" as="geometry"/>
        </mxCell>
        <mxCell id="Cart_f2" value="- status" style="rounded=0;whiteSpace=nowrap;html=1;align=left;verticalAlign=middle;spacingLeft=8;fontSize=11;fillColor=#ffffff;strokeColor=#dddddd;" vertex="1" parent="Cart">
          <mxGeometry y="78" width="240" height="24" as="geometry"/>
        </mxCell>
        <mxCell id="Cart_div" value="" style="line;strokeWidth=1;html=1;fillColor=none;strokeColor=#2e5c3a;" vertex="1" parent="Cart">
          <mxGeometry y="102" width="240" height="8" as="geometry"/>
        </mxCell>
        <mxCell id="Cart_m0" value="+ user(): belongsTo" style="rounded=0;whiteSpace=nowrap;html=1;align=left;verticalAlign=middle;spacingLeft=8;fontSize=11;fillColor=#ffffff;strokeColor=#dddddd;" vertex="1" parent="Cart">
          <mxGeometry y="110" width="240" height="24" as="geometry"/>
        </mxCell>
        <mxCell id="Cart_m1" value="+ items(): hasMany" style="rounded=0;whiteSpace=nowrap;html=1;align=left;verticalAlign=middle;spacingLeft=8;fontSize=11;fillColor=#ffffff;strokeColor=#dddddd;" vertex="1" parent="Cart">
          <mxGeometry y="134" width="240" height="24" as="geometry"/>
        </mxCell>
        <mxCell id="CartItem" value="CartItem" style="swimlane;html=1;startSize=30;fillColor=#2e5c3a;fontColor=#ffffff;fontStyle=1;fontSize=12;strokeColor=#2e5c3a;swimlaneFillColor=#ffffff;rounded=0;" vertex="1" parent="1">
          <mxGeometry x="640" y="582" width="240" height="182" as="geometry"/>
        </mxCell>
        <mxCell id="CartItem_f0" value="- id" style="rounded=0;whiteSpace=nowrap;html=1;align=left;verticalAlign=middle;spacingLeft=8;fontSize=11;fillColor=#ffffff;strokeColor=#dddddd;" vertex="1" parent="CartItem">
          <mxGeometry y="30" width="240" height="24" as="geometry"/>
        </mxCell>
        <mxCell id="CartItem_f1" value="- cart_id" style="rounded=0;whiteSpace=nowrap;html=1;align=left;verticalAlign=middle;spacingLeft=8;fontSize=11;fillColor=#ffffff;strokeColor=#dddddd;" vertex="1" parent="CartItem">
          <mxGeometry y="54" width="240" height="24" as="geometry"/>
        </mxCell>
        <mxCell id="CartItem_f2" value="- variant_id" style="rounded=0;whiteSpace=nowrap;html=1;align=left;verticalAlign=middle;spacingLeft=8;fontSize=11;fillColor=#ffffff;strokeColor=#dddddd;" vertex="1" parent="CartItem">
          <mxGeometry y="78" width="240" height="24" as="geometry"/>
        </mxCell>
        <mxCell id="CartItem_f3" value="- quantity" style="rounded=0;whiteSpace=nowrap;html=1;align=left;verticalAlign=middle;spacingLeft=8;fontSize=11;fillColor=#ffffff;strokeColor=#dddddd;" vertex="1" parent="CartItem">
          <mxGeometry y="102" width="240" height="24" as="geometry"/>
        </mxCell>
        <mxCell id="CartItem_div" value="" style="line;strokeWidth=1;html=1;fillColor=none;strokeColor=#2e5c3a;" vertex="1" parent="CartItem">
          <mxGeometry y="126" width="240" height="8" as="geometry"/>
        </mxCell>
        <mxCell id="CartItem_m0" value="+ cart(): belongsTo" style="rounded=0;whiteSpace=nowrap;html=1;align=left;verticalAlign=middle;spacingLeft=8;fontSize=11;fillColor=#ffffff;strokeColor=#dddddd;" vertex="1" parent="CartItem">
          <mxGeometry y="134" width="240" height="24" as="geometry"/>
        </mxCell>
        <mxCell id="CartItem_m1" value="+ variant(): belongsTo" style="rounded=0;whiteSpace=nowrap;html=1;align=left;verticalAlign=middle;spacingLeft=8;fontSize=11;fillColor=#ffffff;strokeColor=#dddddd;" vertex="1" parent="CartItem">
          <mxGeometry y="158" width="240" height="24" as="geometry"/>
        </mxCell>
        <mxCell id="Order" value="Order" style="swimlane;html=1;startSize=30;fillColor=#2e5c3a;fontColor=#ffffff;fontStyle=1;fontSize=12;strokeColor=#2e5c3a;swimlaneFillColor=#ffffff;rounded=0;" vertex="1" parent="1">
          <mxGeometry x="1540" y="582" width="240" height="326" as="geometry"/>
        </mxCell>
        <mxCell id="Order_f0" value="- id" style="rounded=0;whiteSpace=nowrap;html=1;align=left;verticalAlign=middle;spacingLeft=8;fontSize=11;fillColor=#ffffff;strokeColor=#dddddd;" vertex="1" parent="Order">
          <mxGeometry y="30" width="240" height="24" as="geometry"/>
        </mxCell>
        <mxCell id="Order_f1" value="- order_number" style="rounded=0;whiteSpace=nowrap;html=1;align=left;verticalAlign=middle;spacingLeft=8;fontSize=11;fillColor=#ffffff;strokeColor=#dddddd;" vertex="1" parent="Order">
          <mxGeometry y="54" width="240" height="24" as="geometry"/>
        </mxCell>
        <mxCell id="Order_f2" value="- user_id" style="rounded=0;whiteSpace=nowrap;html=1;align=left;verticalAlign=middle;spacingLeft=8;fontSize=11;fillColor=#ffffff;strokeColor=#dddddd;" vertex="1" parent="Order">
          <mxGeometry y="78" width="240" height="24" as="geometry"/>
        </mxCell>
        <mxCell id="Order_f3" value="- status" style="rounded=0;whiteSpace=nowrap;html=1;align=left;verticalAlign=middle;spacingLeft=8;fontSize=11;fillColor=#ffffff;strokeColor=#dddddd;" vertex="1" parent="Order">
          <mxGeometry y="102" width="240" height="24" as="geometry"/>
        </mxCell>
        <mxCell id="Order_f4" value="- grand_total" style="rounded=0;whiteSpace=nowrap;html=1;align=left;verticalAlign=middle;spacingLeft=8;fontSize=11;fillColor=#ffffff;strokeColor=#dddddd;" vertex="1" parent="Order">
          <mxGeometry y="126" width="240" height="24" as="geometry"/>
        </mxCell>
        <mxCell id="Order_f5" value="- coupon_id" style="rounded=0;whiteSpace=nowrap;html=1;align=left;verticalAlign=middle;spacingLeft=8;fontSize=11;fillColor=#ffffff;strokeColor=#dddddd;" vertex="1" parent="Order">
          <mxGeometry y="150" width="240" height="24" as="geometry"/>
        </mxCell>
        <mxCell id="Order_div" value="" style="line;strokeWidth=1;html=1;fillColor=none;strokeColor=#2e5c3a;" vertex="1" parent="Order">
          <mxGeometry y="174" width="240" height="8" as="geometry"/>
        </mxCell>
        <mxCell id="Order_m0" value="+ user(): belongsTo" style="rounded=0;whiteSpace=nowrap;html=1;align=left;verticalAlign=middle;spacingLeft=8;fontSize=11;fillColor=#ffffff;strokeColor=#dddddd;" vertex="1" parent="Order">
          <mxGeometry y="182" width="240" height="24" as="geometry"/>
        </mxCell>
        <mxCell id="Order_m1" value="+ items(): hasMany" style="rounded=0;whiteSpace=nowrap;html=1;align=left;verticalAlign=middle;spacingLeft=8;fontSize=11;fillColor=#ffffff;strokeColor=#dddddd;" vertex="1" parent="Order">
          <mxGeometry y="206" width="240" height="24" as="geometry"/>
        </mxCell>
        <mxCell id="Order_m2" value="+ payments(): hasMany" style="rounded=0;whiteSpace=nowrap;html=1;align=left;verticalAlign=middle;spacingLeft=8;fontSize=11;fillColor=#ffffff;strokeColor=#dddddd;" vertex="1" parent="Order">
          <mxGeometry y="230" width="240" height="24" as="geometry"/>
        </mxCell>
        <mxCell id="Order_m3" value="+ coupon(): belongsTo" style="rounded=0;whiteSpace=nowrap;html=1;align=left;verticalAlign=middle;spacingLeft=8;fontSize=11;fillColor=#ffffff;strokeColor=#dddddd;" vertex="1" parent="Order">
          <mxGeometry y="254" width="240" height="24" as="geometry"/>
        </mxCell>
        <mxCell id="Order_m4" value="+ scopeOwnedBy()" style="rounded=0;whiteSpace=nowrap;html=1;align=left;verticalAlign=middle;spacingLeft=8;fontSize=11;fillColor=#ffffff;strokeColor=#dddddd;" vertex="1" parent="Order">
          <mxGeometry y="278" width="240" height="24" as="geometry"/>
        </mxCell>
        <mxCell id="Order_m5" value="+ scopePending()" style="rounded=0;whiteSpace=nowrap;html=1;align=left;verticalAlign=middle;spacingLeft=8;fontSize=11;fillColor=#ffffff;strokeColor=#dddddd;" vertex="1" parent="Order">
          <mxGeometry y="302" width="240" height="24" as="geometry"/>
        </mxCell>
        <mxCell id="OrderItem" value="OrderItem" style="swimlane;html=1;startSize=30;fillColor=#2e5c3a;fontColor=#ffffff;fontStyle=1;fontSize=12;strokeColor=#2e5c3a;swimlaneFillColor=#ffffff;rounded=0;" vertex="1" parent="1">
          <mxGeometry x="1840" y="582" width="240" height="230" as="geometry"/>
        </mxCell>
        <mxCell id="OrderItem_f0" value="- id" style="rounded=0;whiteSpace=nowrap;html=1;align=left;verticalAlign=middle;spacingLeft=8;fontSize=11;fillColor=#ffffff;strokeColor=#dddddd;" vertex="1" parent="OrderItem">
          <mxGeometry y="30" width="240" height="24" as="geometry"/>
        </mxCell>
        <mxCell id="OrderItem_f1" value="- order_id" style="rounded=0;whiteSpace=nowrap;html=1;align=left;verticalAlign=middle;spacingLeft=8;fontSize=11;fillColor=#ffffff;strokeColor=#dddddd;" vertex="1" parent="OrderItem">
          <mxGeometry y="54" width="240" height="24" as="geometry"/>
        </mxCell>
        <mxCell id="OrderItem_f2" value="- variant_id" style="rounded=0;whiteSpace=nowrap;html=1;align=left;verticalAlign=middle;spacingLeft=8;fontSize=11;fillColor=#ffffff;strokeColor=#dddddd;" vertex="1" parent="OrderItem">
          <mxGeometry y="78" width="240" height="24" as="geometry"/>
        </mxCell>
        <mxCell id="OrderItem_f3" value="- unit_price" style="rounded=0;whiteSpace=nowrap;html=1;align=left;verticalAlign=middle;spacingLeft=8;fontSize=11;fillColor=#ffffff;strokeColor=#dddddd;" vertex="1" parent="OrderItem">
          <mxGeometry y="102" width="240" height="24" as="geometry"/>
        </mxCell>
        <mxCell id="OrderItem_f4" value="- tax_rate" style="rounded=0;whiteSpace=nowrap;html=1;align=left;verticalAlign=middle;spacingLeft=8;fontSize=11;fillColor=#ffffff;strokeColor=#dddddd;" vertex="1" parent="OrderItem">
          <mxGeometry y="126" width="240" height="24" as="geometry"/>
        </mxCell>
        <mxCell id="OrderItem_f5" value="- quantity" style="rounded=0;whiteSpace=nowrap;html=1;align=left;verticalAlign=middle;spacingLeft=8;fontSize=11;fillColor=#ffffff;strokeColor=#dddddd;" vertex="1" parent="OrderItem">
          <mxGeometry y="150" width="240" height="24" as="geometry"/>
        </mxCell>
        <mxCell id="OrderItem_div" value="" style="line;strokeWidth=1;html=1;fillColor=none;strokeColor=#2e5c3a;" vertex="1" parent="OrderItem">
          <mxGeometry y="174" width="240" height="8" as="geometry"/>
        </mxCell>
        <mxCell id="OrderItem_m0" value="+ order(): belongsTo" style="rounded=0;whiteSpace=nowrap;html=1;align=left;verticalAlign=middle;spacingLeft=8;fontSize=11;fillColor=#ffffff;strokeColor=#dddddd;" vertex="1" parent="OrderItem">
          <mxGeometry y="182" width="240" height="24" as="geometry"/>
        </mxCell>
        <mxCell id="OrderItem_m1" value="+ variant(): belongsTo" style="rounded=0;whiteSpace=nowrap;html=1;align=left;verticalAlign=middle;spacingLeft=8;fontSize=11;fillColor=#ffffff;strokeColor=#dddddd;" vertex="1" parent="OrderItem">
          <mxGeometry y="206" width="240" height="24" as="geometry"/>
        </mxCell>
        <mxCell id="Payment" value="Payment" style="swimlane;html=1;startSize=30;fillColor=#2e5c3a;fontColor=#ffffff;fontStyle=1;fontSize=12;strokeColor=#2e5c3a;swimlaneFillColor=#ffffff;rounded=0;" vertex="1" parent="1">
          <mxGeometry x="1240" y="582" width="240" height="182" as="geometry"/>
        </mxCell>
        <mxCell id="Payment_f0" value="- id" style="rounded=0;whiteSpace=nowrap;html=1;align=left;verticalAlign=middle;spacingLeft=8;fontSize=11;fillColor=#ffffff;strokeColor=#dddddd;" vertex="1" parent="Payment">
          <mxGeometry y="30" width="240" height="24" as="geometry"/>
        </mxCell>
        <mxCell id="Payment_f1" value="- order_id" style="rounded=0;whiteSpace=nowrap;html=1;align=left;verticalAlign=middle;spacingLeft=8;fontSize=11;fillColor=#ffffff;strokeColor=#dddddd;" vertex="1" parent="Payment">
          <mxGeometry y="54" width="240" height="24" as="geometry"/>
        </mxCell>
        <mxCell id="Payment_f2" value="- status" style="rounded=0;whiteSpace=nowrap;html=1;align=left;verticalAlign=middle;spacingLeft=8;fontSize=11;fillColor=#ffffff;strokeColor=#dddddd;" vertex="1" parent="Payment">
          <mxGeometry y="78" width="240" height="24" as="geometry"/>
        </mxCell>
        <mxCell id="Payment_f3" value="- amount" style="rounded=0;whiteSpace=nowrap;html=1;align=left;verticalAlign=middle;spacingLeft=8;fontSize=11;fillColor=#ffffff;strokeColor=#dddddd;" vertex="1" parent="Payment">
          <mxGeometry y="102" width="240" height="24" as="geometry"/>
        </mxCell>
        <mxCell id="Payment_f4" value="- stripe_payment_intent_id" style="rounded=0;whiteSpace=nowrap;html=1;align=left;verticalAlign=middle;spacingLeft=8;fontSize=11;fillColor=#ffffff;strokeColor=#dddddd;" vertex="1" parent="Payment">
          <mxGeometry y="126" width="240" height="24" as="geometry"/>
        </mxCell>
        <mxCell id="Payment_div" value="" style="line;strokeWidth=1;html=1;fillColor=none;strokeColor=#2e5c3a;" vertex="1" parent="Payment">
          <mxGeometry y="150" width="240" height="8" as="geometry"/>
        </mxCell>
        <mxCell id="Payment_m0" value="+ order(): belongsTo" style="rounded=0;whiteSpace=nowrap;html=1;align=left;verticalAlign=middle;spacingLeft=8;fontSize=11;fillColor=#ffffff;strokeColor=#dddddd;" vertex="1" parent="Payment">
          <mxGeometry y="158" width="240" height="24" as="geometry"/>
        </mxCell>
        <mxCell id="Coupon" value="Coupon" style="swimlane;html=1;startSize=30;fillColor=#2e5c3a;fontColor=#ffffff;fontStyle=1;fontSize=12;strokeColor=#2e5c3a;swimlaneFillColor=#ffffff;rounded=0;" vertex="1" parent="1">
          <mxGeometry x="940" y="582" width="240" height="206" as="geometry"/>
        </mxCell>
        <mxCell id="Coupon_f0" value="- id" style="rounded=0;whiteSpace=nowrap;html=1;align=left;verticalAlign=middle;spacingLeft=8;fontSize=11;fillColor=#ffffff;strokeColor=#dddddd;" vertex="1" parent="Coupon">
          <mxGeometry y="30" width="240" height="24" as="geometry"/>
        </mxCell>
        <mxCell id="Coupon_f1" value="- code" style="rounded=0;whiteSpace=nowrap;html=1;align=left;verticalAlign=middle;spacingLeft=8;fontSize=11;fillColor=#ffffff;strokeColor=#dddddd;" vertex="1" parent="Coupon">
          <mxGeometry y="54" width="240" height="24" as="geometry"/>
        </mxCell>
        <mxCell id="Coupon_f2" value="- discount_type" style="rounded=0;whiteSpace=nowrap;html=1;align=left;verticalAlign=middle;spacingLeft=8;fontSize=11;fillColor=#ffffff;strokeColor=#dddddd;" vertex="1" parent="Coupon">
          <mxGeometry y="78" width="240" height="24" as="geometry"/>
        </mxCell>
        <mxCell id="Coupon_f3" value="- discount_value" style="rounded=0;whiteSpace=nowrap;html=1;align=left;verticalAlign=middle;spacingLeft=8;fontSize=11;fillColor=#ffffff;strokeColor=#dddddd;" vertex="1" parent="Coupon">
          <mxGeometry y="102" width="240" height="24" as="geometry"/>
        </mxCell>
        <mxCell id="Coupon_f4" value="- used_count" style="rounded=0;whiteSpace=nowrap;html=1;align=left;verticalAlign=middle;spacingLeft=8;fontSize=11;fillColor=#ffffff;strokeColor=#dddddd;" vertex="1" parent="Coupon">
          <mxGeometry y="126" width="240" height="24" as="geometry"/>
        </mxCell>
        <mxCell id="Coupon_div" value="" style="line;strokeWidth=1;html=1;fillColor=none;strokeColor=#2e5c3a;" vertex="1" parent="Coupon">
          <mxGeometry y="150" width="240" height="8" as="geometry"/>
        </mxCell>
        <mxCell id="Coupon_m0" value="+ orders(): hasMany" style="rounded=0;whiteSpace=nowrap;html=1;align=left;verticalAlign=middle;spacingLeft=8;fontSize=11;fillColor=#ffffff;strokeColor=#dddddd;" vertex="1" parent="Coupon">
          <mxGeometry y="158" width="240" height="24" as="geometry"/>
        </mxCell>
        <mxCell id="Coupon_m1" value="+ scopeValid()" style="rounded=0;whiteSpace=nowrap;html=1;align=left;verticalAlign=middle;spacingLeft=8;fontSize=11;fillColor=#ffffff;strokeColor=#dddddd;" vertex="1" parent="Coupon">
          <mxGeometry y="182" width="240" height="24" as="geometry"/>
        </mxCell>
        <mxCell id="Inventory" value="Inventory" style="swimlane;html=1;startSize=30;fillColor=#2e5c3a;fontColor=#ffffff;fontStyle=1;fontSize=12;strokeColor=#2e5c3a;swimlaneFillColor=#ffffff;rounded=0;" vertex="1" parent="1">
          <mxGeometry x="2140" y="582" width="240" height="182" as="geometry"/>
        </mxCell>
        <mxCell id="Inventory_f0" value="- id" style="rounded=0;whiteSpace=nowrap;html=1;align=left;verticalAlign=middle;spacingLeft=8;fontSize=11;fillColor=#ffffff;strokeColor=#dddddd;" vertex="1" parent="Inventory">
          <mxGeometry y="30" width="240" height="24" as="geometry"/>
        </mxCell>
        <mxCell id="Inventory_f1" value="- variant_id" style="rounded=0;whiteSpace=nowrap;html=1;align=left;verticalAlign=middle;spacingLeft=8;fontSize=11;fillColor=#ffffff;strokeColor=#dddddd;" vertex="1" parent="Inventory">
          <mxGeometry y="54" width="240" height="24" as="geometry"/>
        </mxCell>
        <mxCell id="Inventory_f2" value="- quantity_available" style="rounded=0;whiteSpace=nowrap;html=1;align=left;verticalAlign=middle;spacingLeft=8;fontSize=11;fillColor=#ffffff;strokeColor=#dddddd;" vertex="1" parent="Inventory">
          <mxGeometry y="78" width="240" height="24" as="geometry"/>
        </mxCell>
        <mxCell id="Inventory_f3" value="- quantity_reserved" style="rounded=0;whiteSpace=nowrap;html=1;align=left;verticalAlign=middle;spacingLeft=8;fontSize=11;fillColor=#ffffff;strokeColor=#dddddd;" vertex="1" parent="Inventory">
          <mxGeometry y="102" width="240" height="24" as="geometry"/>
        </mxCell>
        <mxCell id="Inventory_div" value="" style="line;strokeWidth=1;html=1;fillColor=none;strokeColor=#2e5c3a;" vertex="1" parent="Inventory">
          <mxGeometry y="126" width="240" height="8" as="geometry"/>
        </mxCell>
        <mxCell id="Inventory_m0" value="+ variant(): belongsTo" style="rounded=0;whiteSpace=nowrap;html=1;align=left;verticalAlign=middle;spacingLeft=8;fontSize=11;fillColor=#ffffff;strokeColor=#dddddd;" vertex="1" parent="Inventory">
          <mxGeometry y="134" width="240" height="24" as="geometry"/>
        </mxCell>
        <mxCell id="Inventory_m1" value="+ scopeLowStock()" style="rounded=0;whiteSpace=nowrap;html=1;align=left;verticalAlign=middle;spacingLeft=8;fontSize=11;fillColor=#ffffff;strokeColor=#dddddd;" vertex="1" parent="Inventory">
          <mxGeometry y="158" width="240" height="24" as="geometry"/>
        </mxCell>
        <mxCell id="InventoryLog" value="InventoryLog" style="swimlane;html=1;startSize=30;fillColor=#2e5c3a;fontColor=#ffffff;fontStyle=1;fontSize=12;strokeColor=#2e5c3a;swimlaneFillColor=#ffffff;rounded=0;" vertex="1" parent="1">
          <mxGeometry x="2740" y="582" width="240" height="182" as="geometry"/>
        </mxCell>
        <mxCell id="InventoryLog_f0" value="- id" style="rounded=0;whiteSpace=nowrap;html=1;align=left;verticalAlign=middle;spacingLeft=8;fontSize=11;fillColor=#ffffff;strokeColor=#dddddd;" vertex="1" parent="InventoryLog">
          <mxGeometry y="30" width="240" height="24" as="geometry"/>
        </mxCell>
        <mxCell id="InventoryLog_f1" value="- variant_id" style="rounded=0;whiteSpace=nowrap;html=1;align=left;verticalAlign=middle;spacingLeft=8;fontSize=11;fillColor=#ffffff;strokeColor=#dddddd;" vertex="1" parent="InventoryLog">
          <mxGeometry y="54" width="240" height="24" as="geometry"/>
        </mxCell>
        <mxCell id="InventoryLog_f2" value="- change_type" style="rounded=0;whiteSpace=nowrap;html=1;align=left;verticalAlign=middle;spacingLeft=8;fontSize=11;fillColor=#ffffff;strokeColor=#dddddd;" vertex="1" parent="InventoryLog">
          <mxGeometry y="78" width="240" height="24" as="geometry"/>
        </mxCell>
        <mxCell id="InventoryLog_f3" value="- quantity_change" style="rounded=0;whiteSpace=nowrap;html=1;align=left;verticalAlign=middle;spacingLeft=8;fontSize=11;fillColor=#ffffff;strokeColor=#dddddd;" vertex="1" parent="InventoryLog">
          <mxGeometry y="102" width="240" height="24" as="geometry"/>
        </mxCell>
        <mxCell id="InventoryLog_f4" value="- created_by" style="rounded=0;whiteSpace=nowrap;html=1;align=left;verticalAlign=middle;spacingLeft=8;fontSize=11;fillColor=#ffffff;strokeColor=#dddddd;" vertex="1" parent="InventoryLog">
          <mxGeometry y="126" width="240" height="24" as="geometry"/>
        </mxCell>
        <mxCell id="InventoryLog_div" value="" style="line;strokeWidth=1;html=1;fillColor=none;strokeColor=#2e5c3a;" vertex="1" parent="InventoryLog">
          <mxGeometry y="150" width="240" height="8" as="geometry"/>
        </mxCell>
        <mxCell id="InventoryLog_m0" value="+ variant(): belongsTo" style="rounded=0;whiteSpace=nowrap;html=1;align=left;verticalAlign=middle;spacingLeft=8;fontSize=11;fillColor=#ffffff;strokeColor=#dddddd;" vertex="1" parent="InventoryLog">
          <mxGeometry y="158" width="240" height="24" as="geometry"/>
        </mxCell>
        <mxCell id="Review" value="Review" style="swimlane;html=1;startSize=30;fillColor=#2e5c3a;fontColor=#ffffff;fontStyle=1;fontSize=12;strokeColor=#2e5c3a;swimlaneFillColor=#ffffff;rounded=0;" vertex="1" parent="1">
          <mxGeometry x="3040" y="582" width="240" height="278" as="geometry"/>
        </mxCell>
        <mxCell id="Review_f0" value="- id" style="rounded=0;whiteSpace=nowrap;html=1;align=left;verticalAlign=middle;spacingLeft=8;fontSize=11;fillColor=#ffffff;strokeColor=#dddddd;" vertex="1" parent="Review">
          <mxGeometry y="30" width="240" height="24" as="geometry"/>
        </mxCell>
        <mxCell id="Review_f1" value="- product_id" style="rounded=0;whiteSpace=nowrap;html=1;align=left;verticalAlign=middle;spacingLeft=8;fontSize=11;fillColor=#ffffff;strokeColor=#dddddd;" vertex="1" parent="Review">
          <mxGeometry y="54" width="240" height="24" as="geometry"/>
        </mxCell>
        <mxCell id="Review_f2" value="- user_id" style="rounded=0;whiteSpace=nowrap;html=1;align=left;verticalAlign=middle;spacingLeft=8;fontSize=11;fillColor=#ffffff;strokeColor=#dddddd;" vertex="1" parent="Review">
          <mxGeometry y="78" width="240" height="24" as="geometry"/>
        </mxCell>
        <mxCell id="Review_f3" value="- order_item_id" style="rounded=0;whiteSpace=nowrap;html=1;align=left;verticalAlign=middle;spacingLeft=8;fontSize=11;fillColor=#ffffff;strokeColor=#dddddd;" vertex="1" parent="Review">
          <mxGeometry y="102" width="240" height="24" as="geometry"/>
        </mxCell>
        <mxCell id="Review_f4" value="- rating" style="rounded=0;whiteSpace=nowrap;html=1;align=left;verticalAlign=middle;spacingLeft=8;fontSize=11;fillColor=#ffffff;strokeColor=#dddddd;" vertex="1" parent="Review">
          <mxGeometry y="126" width="240" height="24" as="geometry"/>
        </mxCell>
        <mxCell id="Review_f5" value="- status" style="rounded=0;whiteSpace=nowrap;html=1;align=left;verticalAlign=middle;spacingLeft=8;fontSize=11;fillColor=#ffffff;strokeColor=#dddddd;" vertex="1" parent="Review">
          <mxGeometry y="150" width="240" height="24" as="geometry"/>
        </mxCell>
        <mxCell id="Review_div" value="" style="line;strokeWidth=1;html=1;fillColor=none;strokeColor=#2e5c3a;" vertex="1" parent="Review">
          <mxGeometry y="174" width="240" height="8" as="geometry"/>
        </mxCell>
        <mxCell id="Review_m0" value="+ product(): belongsTo" style="rounded=0;whiteSpace=nowrap;html=1;align=left;verticalAlign=middle;spacingLeft=8;fontSize=11;fillColor=#ffffff;strokeColor=#dddddd;" vertex="1" parent="Review">
          <mxGeometry y="182" width="240" height="24" as="geometry"/>
        </mxCell>
        <mxCell id="Review_m1" value="+ user(): belongsTo" style="rounded=0;whiteSpace=nowrap;html=1;align=left;verticalAlign=middle;spacingLeft=8;fontSize=11;fillColor=#ffffff;strokeColor=#dddddd;" vertex="1" parent="Review">
          <mxGeometry y="206" width="240" height="24" as="geometry"/>
        </mxCell>
        <mxCell id="Review_m2" value="+ orderItem(): belongsTo" style="rounded=0;whiteSpace=nowrap;html=1;align=left;verticalAlign=middle;spacingLeft=8;fontSize=11;fillColor=#ffffff;strokeColor=#dddddd;" vertex="1" parent="Review">
          <mxGeometry y="230" width="240" height="24" as="geometry"/>
        </mxCell>
        <mxCell id="Review_m3" value="+ scopeVisible()" style="rounded=0;whiteSpace=nowrap;html=1;align=left;verticalAlign=middle;spacingLeft=8;fontSize=11;fillColor=#ffffff;strokeColor=#dddddd;" vertex="1" parent="Review">
          <mxGeometry y="254" width="240" height="24" as="geometry"/>
        </mxCell>
        <mxCell id="Product" value="Product（境界参照）" style="swimlane;html=1;startSize=30;fillColor=#5b5b5b;fontColor=#ffffff;fontStyle=1;fontSize=12;strokeColor=#5b5b5b;swimlaneFillColor=#ffffff;rounded=0;" vertex="1" parent="1">
          <mxGeometry x="2440" y="582" width="240" height="158" as="geometry"/>
        </mxCell>
        <mxCell id="Product_f0" value="- id" style="rounded=0;whiteSpace=nowrap;html=1;align=left;verticalAlign=middle;spacingLeft=8;fontSize=11;fillColor=#ffffff;strokeColor=#dddddd;" vertex="1" parent="Product">
          <mxGeometry y="30" width="240" height="24" as="geometry"/>
        </mxCell>
        <mxCell id="Product_f1" value="- name" style="rounded=0;whiteSpace=nowrap;html=1;align=left;verticalAlign=middle;spacingLeft=8;fontSize=11;fillColor=#ffffff;strokeColor=#dddddd;" vertex="1" parent="Product">
          <mxGeometry y="54" width="240" height="24" as="geometry"/>
        </mxCell>
        <mxCell id="Product_f2" value="- category_id" style="rounded=0;whiteSpace=nowrap;html=1;align=left;verticalAlign=middle;spacingLeft=8;fontSize=11;fillColor=#ffffff;strokeColor=#dddddd;" vertex="1" parent="Product">
          <mxGeometry y="78" width="240" height="24" as="geometry"/>
        </mxCell>
        <mxCell id="Product_div" value="" style="line;strokeWidth=1;html=1;fillColor=none;strokeColor=#5b5b5b;" vertex="1" parent="Product">
          <mxGeometry y="102" width="240" height="8" as="geometry"/>
        </mxCell>
        <mxCell id="Product_m0" value="+ variants(): hasMany" style="rounded=0;whiteSpace=nowrap;html=1;align=left;verticalAlign=middle;spacingLeft=8;fontSize=11;fillColor=#ffffff;strokeColor=#dddddd;" vertex="1" parent="Product">
          <mxGeometry y="110" width="240" height="24" as="geometry"/>
        </mxCell>
        <mxCell id="Product_m1" value="+ reviews(): hasMany" style="rounded=0;whiteSpace=nowrap;html=1;align=left;verticalAlign=middle;spacingLeft=8;fontSize=11;fillColor=#ffffff;strokeColor=#dddddd;" vertex="1" parent="Product">
          <mxGeometry y="134" width="240" height="24" as="geometry"/>
        </mxCell>
        <mxCell id="ProductVariant" value="ProductVariant（境界参照）" style="swimlane;html=1;startSize=30;fillColor=#5b5b5b;fontColor=#ffffff;fontStyle=1;fontSize=12;strokeColor=#5b5b5b;swimlaneFillColor=#ffffff;rounded=0;" vertex="1" parent="1">
          <mxGeometry x="3340" y="582" width="240" height="182" as="geometry"/>
        </mxCell>
        <mxCell id="ProductVariant_f0" value="- id" style="rounded=0;whiteSpace=nowrap;html=1;align=left;verticalAlign=middle;spacingLeft=8;fontSize=11;fillColor=#ffffff;strokeColor=#dddddd;" vertex="1" parent="ProductVariant">
          <mxGeometry y="30" width="240" height="24" as="geometry"/>
        </mxCell>
        <mxCell id="ProductVariant_f1" value="- product_id" style="rounded=0;whiteSpace=nowrap;html=1;align=left;verticalAlign=middle;spacingLeft=8;fontSize=11;fillColor=#ffffff;strokeColor=#dddddd;" vertex="1" parent="ProductVariant">
          <mxGeometry y="54" width="240" height="24" as="geometry"/>
        </mxCell>
        <mxCell id="ProductVariant_f2" value="- sku" style="rounded=0;whiteSpace=nowrap;html=1;align=left;verticalAlign=middle;spacingLeft=8;fontSize=11;fillColor=#ffffff;strokeColor=#dddddd;" vertex="1" parent="ProductVariant">
          <mxGeometry y="78" width="240" height="24" as="geometry"/>
        </mxCell>
        <mxCell id="ProductVariant_f3" value="- price" style="rounded=0;whiteSpace=nowrap;html=1;align=left;verticalAlign=middle;spacingLeft=8;fontSize=11;fillColor=#ffffff;strokeColor=#dddddd;" vertex="1" parent="ProductVariant">
          <mxGeometry y="102" width="240" height="24" as="geometry"/>
        </mxCell>
        <mxCell id="ProductVariant_div" value="" style="line;strokeWidth=1;html=1;fillColor=none;strokeColor=#5b5b5b;" vertex="1" parent="ProductVariant">
          <mxGeometry y="126" width="240" height="8" as="geometry"/>
        </mxCell>
        <mxCell id="ProductVariant_m0" value="+ product(): belongsTo" style="rounded=0;whiteSpace=nowrap;html=1;align=left;verticalAlign=middle;spacingLeft=8;fontSize=11;fillColor=#ffffff;strokeColor=#dddddd;" vertex="1" parent="ProductVariant">
          <mxGeometry y="134" width="240" height="24" as="geometry"/>
        </mxCell>
        <mxCell id="ProductVariant_m1" value="+ inventory(): hasOne" style="rounded=0;whiteSpace=nowrap;html=1;align=left;verticalAlign=middle;spacingLeft=8;fontSize=11;fillColor=#ffffff;strokeColor=#dddddd;" vertex="1" parent="ProductVariant">
          <mxGeometry y="158" width="240" height="24" as="geometry"/>
        </mxCell>
        <mxCell id="ectrl_1" value="" style="edgeStyle=orthogonalEdgeStyle;rounded=0;html=1;dashed=1;endArrow=open;endFill=0;strokeColor=#666666;strokeWidth=1.5;jettySize=auto;orthogonalLoop=1;exitX=0.5;exitY=1;exitDx=0;exitDy=0;entryX=0.5;entryY=0;entryDx=0;entryDy=0;" edge="1" parent="1" source="AuthController" target="AuthService">
          <mxGeometry relative="1" as="geometry"></mxGeometry>
        </mxCell>
        <mxCell id="ectrl_2" value="" style="edgeStyle=orthogonalEdgeStyle;rounded=0;html=1;dashed=1;endArrow=open;endFill=0;strokeColor=#666666;strokeWidth=1.5;jettySize=auto;orthogonalLoop=1;exitX=0.5;exitY=1;exitDx=0;exitDy=0;entryX=0.5;entryY=0;entryDx=0;entryDy=0;" edge="1" parent="1" source="CartController" target="CartService">
          <mxGeometry relative="1" as="geometry"></mxGeometry>
        </mxCell>
        <mxCell id="ectrl_3" value="" style="edgeStyle=orthogonalEdgeStyle;rounded=0;html=1;dashed=1;endArrow=open;endFill=0;strokeColor=#666666;strokeWidth=1.5;jettySize=auto;orthogonalLoop=1;exitX=0.5;exitY=1;exitDx=0;exitDy=0;entryX=0.5;entryY=0;entryDx=0;entryDy=0;" edge="1" parent="1" source="OrderController" target="OrderService">
          <mxGeometry relative="1" as="geometry"></mxGeometry>
        </mxCell>
        <mxCell id="ectrl_4" value="" style="edgeStyle=orthogonalEdgeStyle;rounded=0;html=1;dashed=1;endArrow=open;endFill=0;strokeColor=#666666;strokeWidth=1.5;jettySize=auto;orthogonalLoop=1;exitX=0.5;exitY=1;exitDx=0;exitDy=0;entryX=0.5;entryY=0;entryDx=0;entryDy=0;" edge="1" parent="1" source="WebhookController" target="PaymentWebhookService">
          <mxGeometry relative="1" as="geometry"></mxGeometry>
        </mxCell>
        <mxCell id="ectrl_5" value="" style="edgeStyle=orthogonalEdgeStyle;rounded=0;html=1;dashed=1;endArrow=open;endFill=0;strokeColor=#666666;strokeWidth=1.5;jettySize=auto;orthogonalLoop=1;exitX=0.5;exitY=1;exitDx=0;exitDy=0;entryX=0.5;entryY=0;entryDx=0;entryDy=0;" edge="1" parent="1" source="ReviewController" target="ReviewService">
          <mxGeometry relative="1" as="geometry"></mxGeometry>
        </mxCell>
        <mxCell id="ectrl_6" value="" style="edgeStyle=orthogonalEdgeStyle;rounded=0;html=1;dashed=1;endArrow=open;endFill=0;strokeColor=#666666;strokeWidth=1.5;jettySize=auto;orthogonalLoop=1;exitX=0.5;exitY=1;exitDx=0;exitDy=0;entryX=0.5;entryY=0;entryDx=0;entryDy=0;" edge="1" parent="1" source="AdminInventoryController" target="InventoryService">
          <mxGeometry relative="1" as="geometry"></mxGeometry>
        </mxCell>
        <mxCell id="ectrl_7" value="" style="edgeStyle=orthogonalEdgeStyle;rounded=0;html=1;dashed=1;endArrow=open;endFill=0;strokeColor=#666666;strokeWidth=1.5;jettySize=auto;orthogonalLoop=1;exitX=0.5;exitY=1;exitDx=0;exitDy=0;entryX=0.5;entryY=0;entryDx=0;entryDy=0;" edge="1" parent="1" source="AdminOrderController" target="AdminOrderService">
          <mxGeometry relative="1" as="geometry"></mxGeometry>
        </mxCell>
        <mxCell id="esvc_8" value="" style="edgeStyle=orthogonalEdgeStyle;rounded=0;html=1;dashed=1;endArrow=open;endFill=0;strokeColor=#666666;strokeWidth=1.5;jettySize=auto;orthogonalLoop=1;exitX=0.500;exitDx=0;exitDy=0;entryX=0.500;entryDx=0;entryDy=0;exitY=0;entryY=0;" edge="1" parent="1" source="OrderService" target="CouponService">
          <mxGeometry relative="1" as="geometry"><Array as="points"><mxPoint x="1660" y="308"/><mxPoint x="1060" y="308"/></Array></mxGeometry>
+         </mxCell>
+         <mxCell id="esvc_50" value="" style="edgeStyle=orthogonalEdgeStyle;rounded=0;html=1;dashed=1;endArrow=open;endFill=0;strokeColor=#666666;strokeWidth=1.5;jettySize=auto;orthogonalLoop=1;exitX=0.500;exitDx=0;exitDy=0;entryX=0.3;entryDx=0;entryDy=0;exitY=0;entryY=0;" edge="1" parent="1" source="OrderService" target="InventoryService">
+           <mxGeometry relative="1" as="geometry"><Array as="points"><mxPoint x="1660" y="308"/><mxPoint x="2512" y="308"/></Array></mxGeometry>
+         </mxCell>
+         <mxCell id="esvc_51" value="" style="edgeStyle=orthogonalEdgeStyle;rounded=0;html=1;dashed=1;endArrow=open;endFill=0;strokeColor=#666666;strokeWidth=1.5;jettySize=auto;orthogonalLoop=1;exitX=0.500;exitDx=0;exitDy=0;entryX=0.7;entryDx=0;entryDy=0;exitY=0;entryY=0;" edge="1" parent="1" source="PaymentWebhookService" target="InventoryService">
+           <mxGeometry relative="1" as="geometry"><Array as="points"><mxPoint x="1960" y="278"/><mxPoint x="2608" y="278"/></Array></mxGeometry>
        </mxCell>
        <mxCell id="esvc_9" value="" style="edgeStyle=orthogonalEdgeStyle;rounded=0;html=1;dashed=1;endArrow=open;endFill=0;strokeColor=#666666;strokeWidth=1.5;jettySize=auto;orthogonalLoop=1;exitX=0;exitY=0.5;exitDx=0;exitDy=0;entryX=1;entryY=0.5;entryDx=0;entryDy=0;" edge="1" parent="1" source="AdminOrderService" target="PaymentService">
          <mxGeometry relative="1" as="geometry"></mxGeometry>
        </mxCell>
        <mxCell id="eassoc_10" value="" style="edgeStyle=orthogonalEdgeStyle;rounded=0;html=1;endArrow=open;endFill=0;strokeColor=#1a3a5c;strokeWidth=1.5;jettySize=auto;orthogonalLoop=1;exitX=0.5;exitY=1;exitDx=0;exitDy=0;entryX=0.5;entryY=0;entryDx=0;entryDy=0;" edge="1" parent="1" source="AuthService" target="User">
          <mxGeometry relative="1" as="geometry"></mxGeometry>
        </mxCell>
        <mxCell id="eassoc_11" value="" style="edgeStyle=orthogonalEdgeStyle;rounded=0;html=1;endArrow=open;endFill=0;strokeColor=#1a3a5c;strokeWidth=1.5;jettySize=auto;orthogonalLoop=1;exitX=0.5;exitY=1;exitDx=0;exitDy=0;entryX=0.5;entryY=0;entryDx=0;entryDy=0;" edge="1" parent="1" source="CartService" target="Cart">
          <mxGeometry relative="1" as="geometry"><Array as="points"><mxPoint x="1360" y="515"/><mxPoint x="460" y="515"/></Array></mxGeometry>
        </mxCell>
        <mxCell id="eassoc_12" value="" style="edgeStyle=orthogonalEdgeStyle;rounded=0;html=1;endArrow=open;endFill=0;strokeColor=#1a3a5c;strokeWidth=1.5;jettySize=auto;orthogonalLoop=1;exitX=0.5;exitY=1;exitDx=0;exitDy=0;entryX=0.5;entryY=0;entryDx=0;entryDy=0;" edge="1" parent="1" source="CartService" target="CartItem">
          <mxGeometry relative="1" as="geometry"><Array as="points"><mxPoint x="1360" y="515"/><mxPoint x="760" y="515"/></Array></mxGeometry>
        </mxCell>
        <mxCell id="eassoc_13" value="" style="edgeStyle=orthogonalEdgeStyle;rounded=0;html=1;endArrow=open;endFill=0;strokeColor=#1a3a5c;strokeWidth=1.5;jettySize=auto;orthogonalLoop=1;exitX=0.5;exitY=1;exitDx=0;exitDy=0;entryX=0.5;entryY=0;entryDx=0;entryDy=0;" edge="1" parent="1" source="CartService" target="ProductVariant">
          <mxGeometry relative="1" as="geometry"><Array as="points"><mxPoint x="1360" y="515"/><mxPoint x="3460" y="515"/></Array></mxGeometry>
        </mxCell>
        <mxCell id="eassoc_14" value="" style="edgeStyle=orthogonalEdgeStyle;rounded=0;html=1;endArrow=open;endFill=0;strokeColor=#1a3a5c;strokeWidth=1.5;jettySize=auto;orthogonalLoop=1;exitX=0.5;exitY=1;exitDx=0;exitDy=0;entryX=0.5;entryY=0;entryDx=0;entryDy=0;" edge="1" parent="1" source="CartService" target="Inventory">
          <mxGeometry relative="1" as="geometry"><Array as="points"><mxPoint x="1360" y="515"/><mxPoint x="2260" y="515"/></Array></mxGeometry>
        </mxCell>
        <mxCell id="eassoc_15" value="" style="edgeStyle=orthogonalEdgeStyle;rounded=0;html=1;endArrow=open;endFill=0;strokeColor=#1a3a5c;strokeWidth=1.5;jettySize=auto;orthogonalLoop=1;exitX=0.5;exitY=1;exitDx=0;exitDy=0;entryX=0.5;entryY=0;entryDx=0;entryDy=0;" edge="1" parent="1" source="OrderService" target="Order">
          <mxGeometry relative="1" as="geometry"></mxGeometry>
        </mxCell>
        <mxCell id="eassoc_16" value="" style="edgeStyle=orthogonalEdgeStyle;rounded=0;html=1;endArrow=open;endFill=0;strokeColor=#1a3a5c;strokeWidth=1.5;jettySize=auto;orthogonalLoop=1;exitX=0.5;exitY=1;exitDx=0;exitDy=0;entryX=0.5;entryY=0;entryDx=0;entryDy=0;" edge="1" parent="1" source="OrderService" target="OrderItem">
          <mxGeometry relative="1" as="geometry"><Array as="points"><mxPoint x="1660" y="491"/><mxPoint x="1960" y="491"/></Array></mxGeometry>
        </mxCell>
        <mxCell id="eassoc_17" value="" style="edgeStyle=orthogonalEdgeStyle;rounded=0;html=1;endArrow=open;endFill=0;strokeColor=#1a3a5c;strokeWidth=1.5;jettySize=auto;orthogonalLoop=1;exitX=0.5;exitY=1;exitDx=0;exitDy=0;entryX=0.5;entryY=0;entryDx=0;entryDy=0;" edge="1" parent="1" source="OrderService" target="ProductVariant">
          <mxGeometry relative="1" as="geometry"><Array as="points"><mxPoint x="1660" y="491"/><mxPoint x="3460" y="491"/></Array></mxGeometry>
        </mxCell>
        <mxCell id="eassoc_18" value="" style="edgeStyle=orthogonalEdgeStyle;rounded=0;html=1;endArrow=open;endFill=0;strokeColor=#1a3a5c;strokeWidth=1.5;jettySize=auto;orthogonalLoop=1;exitX=0.5;exitY=1;exitDx=0;exitDy=0;entryX=0.5;entryY=0;entryDx=0;entryDy=0;" edge="1" parent="1" source="OrderService" target="Inventory">
          <mxGeometry relative="1" as="geometry"><Array as="points"><mxPoint x="1660" y="491"/><mxPoint x="2260" y="491"/></Array></mxGeometry>
        </mxCell>
        <mxCell id="eassoc_19" value="" style="edgeStyle=orthogonalEdgeStyle;rounded=0;html=1;endArrow=open;endFill=0;strokeColor=#1a3a5c;strokeWidth=1.5;jettySize=auto;orthogonalLoop=1;exitX=0.5;exitY=1;exitDx=0;exitDy=0;entryX=0.5;entryY=0;entryDx=0;entryDy=0;" edge="1" parent="1" source="OrderService" target="Coupon">
          <mxGeometry relative="1" as="geometry"><Array as="points"><mxPoint x="1660" y="491"/><mxPoint x="1060" y="491"/></Array></mxGeometry>
        </mxCell>
        <mxCell id="eassoc_20" value="" style="edgeStyle=orthogonalEdgeStyle;rounded=0;html=1;endArrow=open;endFill=0;strokeColor=#1a3a5c;strokeWidth=1.5;jettySize=auto;orthogonalLoop=1;exitX=0.5;exitY=1;exitDx=0;exitDy=0;entryX=0.5;entryY=0;entryDx=0;entryDy=0;" edge="1" parent="1" source="OrderService" target="Payment">
          <mxGeometry relative="1" as="geometry"><Array as="points"><mxPoint x="1660" y="491"/><mxPoint x="1360" y="491"/></Array></mxGeometry>
        </mxCell>
        <mxCell id="eassoc_21" value="" style="edgeStyle=orthogonalEdgeStyle;rounded=0;html=1;endArrow=open;endFill=0;strokeColor=#1a3a5c;strokeWidth=1.5;jettySize=auto;orthogonalLoop=1;exitX=0.5;exitY=1;exitDx=0;exitDy=0;entryX=0.5;entryY=0;entryDx=0;entryDy=0;" edge="1" parent="1" source="CouponService" target="Coupon">
          <mxGeometry relative="1" as="geometry"></mxGeometry>
        </mxCell>
        <mxCell id="eassoc_22" value="" style="edgeStyle=orthogonalEdgeStyle;rounded=0;html=1;endArrow=open;endFill=0;strokeColor=#1a3a5c;strokeWidth=1.5;jettySize=auto;orthogonalLoop=1;exitX=0.5;exitY=1;exitDx=0;exitDy=0;entryX=0.5;entryY=0;entryDx=0;entryDy=0;" edge="1" parent="1" source="PaymentWebhookService" target="Payment">
          <mxGeometry relative="1" as="geometry"><Array as="points"><mxPoint x="1960" y="491"/><mxPoint x="1360" y="491"/></Array></mxGeometry>
        </mxCell>
        <mxCell id="eassoc_23" value="" style="edgeStyle=orthogonalEdgeStyle;rounded=0;html=1;endArrow=open;endFill=0;strokeColor=#1a3a5c;strokeWidth=1.5;jettySize=auto;orthogonalLoop=1;exitX=0.5;exitY=1;exitDx=0;exitDy=0;entryX=0.5;entryY=0;entryDx=0;entryDy=0;" edge="1" parent="1" source="PaymentWebhookService" target="Order">
          <mxGeometry relative="1" as="geometry"><Array as="points"><mxPoint x="1960" y="491"/><mxPoint x="1660" y="491"/></Array></mxGeometry>
        </mxCell>
        <mxCell id="eassoc_24" value="" style="edgeStyle=orthogonalEdgeStyle;rounded=0;html=1;endArrow=open;endFill=0;strokeColor=#1a3a5c;strokeWidth=1.5;jettySize=auto;orthogonalLoop=1;exitX=0.5;exitY=1;exitDx=0;exitDy=0;entryX=0.5;entryY=0;entryDx=0;entryDy=0;" edge="1" parent="1" source="PaymentWebhookService" target="Inventory">
          <mxGeometry relative="1" as="geometry"><Array as="points"><mxPoint x="1960" y="491"/><mxPoint x="2260" y="491"/></Array></mxGeometry>
        </mxCell>
        <mxCell id="eassoc_25" value="" style="edgeStyle=orthogonalEdgeStyle;rounded=0;html=1;endArrow=open;endFill=0;strokeColor=#1a3a5c;strokeWidth=1.5;jettySize=auto;orthogonalLoop=1;exitX=0.5;exitY=1;exitDx=0;exitDy=0;entryX=0.5;entryY=0;entryDx=0;entryDy=0;" edge="1" parent="1" source="PaymentWebhookService" target="InventoryLog">
          <mxGeometry relative="1" as="geometry"><Array as="points"><mxPoint x="1960" y="491"/><mxPoint x="2860" y="491"/></Array></mxGeometry>
        </mxCell>
        <mxCell id="eassoc_26" value="" style="edgeStyle=orthogonalEdgeStyle;rounded=0;html=1;endArrow=open;endFill=0;strokeColor=#1a3a5c;strokeWidth=1.5;jettySize=auto;orthogonalLoop=1;exitX=0.5;exitY=1;exitDx=0;exitDy=0;entryX=0.5;entryY=0;entryDx=0;entryDy=0;" edge="1" parent="1" source="PaymentService" target="Payment">
          <mxGeometry relative="1" as="geometry"><Array as="points"><mxPoint x="460" y="491"/><mxPoint x="1360" y="491"/></Array></mxGeometry>
        </mxCell>
        <mxCell id="eassoc_27" value="" style="edgeStyle=orthogonalEdgeStyle;rounded=0;html=1;endArrow=open;endFill=0;strokeColor=#1a3a5c;strokeWidth=1.5;jettySize=auto;orthogonalLoop=1;exitX=0.5;exitY=1;exitDx=0;exitDy=0;entryX=0.5;entryY=0;entryDx=0;entryDy=0;" edge="1" parent="1" source="InventoryService" target="Inventory">
          <mxGeometry relative="1" as="geometry"><Array as="points"><mxPoint x="2560" y="491"/><mxPoint x="2260" y="491"/></Array></mxGeometry>
        </mxCell>
        <mxCell id="eassoc_28" value="" style="edgeStyle=orthogonalEdgeStyle;rounded=0;html=1;endArrow=open;endFill=0;strokeColor=#1a3a5c;strokeWidth=1.5;jettySize=auto;orthogonalLoop=1;exitX=0.5;exitY=1;exitDx=0;exitDy=0;entryX=0.5;entryY=0;entryDx=0;entryDy=0;" edge="1" parent="1" source="InventoryService" target="InventoryLog">
          <mxGeometry relative="1" as="geometry"><Array as="points"><mxPoint x="2560" y="491"/><mxPoint x="2860" y="491"/></Array></mxGeometry>
        </mxCell>
        <mxCell id="eassoc_29" value="" style="edgeStyle=orthogonalEdgeStyle;rounded=0;html=1;endArrow=open;endFill=0;strokeColor=#1a3a5c;strokeWidth=1.5;jettySize=auto;orthogonalLoop=1;exitX=0.5;exitY=1;exitDx=0;exitDy=0;entryX=0.5;entryY=0;entryDx=0;entryDy=0;" edge="1" parent="1" source="AdminOrderService" target="Order">
          <mxGeometry relative="1" as="geometry"><Array as="points"><mxPoint x="760" y="503"/><mxPoint x="1660" y="503"/></Array></mxGeometry>
        </mxCell>
        <mxCell id="eassoc_30" value="" style="edgeStyle=orthogonalEdgeStyle;rounded=0;html=1;endArrow=open;endFill=0;strokeColor=#1a3a5c;strokeWidth=1.5;jettySize=auto;orthogonalLoop=1;exitX=0.5;exitY=1;exitDx=0;exitDy=0;entryX=0.5;entryY=0;entryDx=0;entryDy=0;" edge="1" parent="1" source="ReviewService" target="Review">
          <mxGeometry relative="1" as="geometry"><Array as="points"><mxPoint x="2260" y="491"/><mxPoint x="3160" y="491"/></Array></mxGeometry>
        </mxCell>
        <mxCell id="eassoc_31" value="" style="edgeStyle=orthogonalEdgeStyle;rounded=0;html=1;endArrow=open;endFill=0;strokeColor=#1a3a5c;strokeWidth=1.5;jettySize=auto;orthogonalLoop=1;exitX=0.5;exitY=1;exitDx=0;exitDy=0;entryX=0.5;entryY=0;entryDx=0;entryDy=0;" edge="1" parent="1" source="ReviewService" target="OrderItem">
          <mxGeometry relative="1" as="geometry"><Array as="points"><mxPoint x="2260" y="491"/><mxPoint x="1960" y="491"/></Array></mxGeometry>
        </mxCell>
        <mxCell id="emodel_32" value="" style="edgeStyle=orthogonalEdgeStyle;rounded=0;html=1;endArrow=none;strokeColor=#2e5c3a;strokeWidth=1.5;jettySize=auto;orthogonalLoop=1;exitX=1;exitY=0.5;exitDx=0;exitDy=0;entryX=0;entryY=0.5;entryDx=0;entryDy=0;" edge="1" parent="1" source="User" target="Cart">
          <mxGeometry relative="1" as="geometry"></mxGeometry>
        </mxCell>
        <mxCell id="emodel_33" value="" style="edgeStyle=orthogonalEdgeStyle;rounded=0;html=1;endArrow=none;strokeColor=#2e5c3a;strokeWidth=1.5;jettySize=auto;orthogonalLoop=1;exitX=0.455;exitDx=0;exitDy=0;entryX=0.455;entryDx=0;entryDy=0;exitY=1;entryY=1;" edge="1" parent="1" source="User" target="Order">
          <mxGeometry relative="1" as="geometry"><Array as="points"><mxPoint x="149.2" y="948"/><mxPoint x="1649.2" y="948"/></Array></mxGeometry>
        </mxCell>
        <mxCell id="emodel_34" value="" style="edgeStyle=orthogonalEdgeStyle;rounded=0;html=1;endArrow=none;strokeColor=#2e5c3a;strokeWidth=1.5;jettySize=auto;orthogonalLoop=1;exitX=0.545;exitDx=0;exitDy=0;entryX=0.410;entryDx=0;entryDy=0;exitY=1;entryY=1;" edge="1" parent="1" source="User" target="Review">
          <mxGeometry relative="1" as="geometry"><Array as="points"><mxPoint x="170.8" y="980"/><mxPoint x="3138.4" y="980"/></Array></mxGeometry>
        </mxCell>
        <mxCell id="emodel_35" value="" style="edgeStyle=orthogonalEdgeStyle;rounded=0;html=1;endArrow=none;strokeColor=#2e5c3a;strokeWidth=1.5;jettySize=auto;orthogonalLoop=1;exitX=0;exitY=0.5;exitDx=0;exitDy=0;entryX=1;entryY=0.5;entryDx=0;entryDy=0;" edge="1" parent="1" source="Order" target="Payment">
          <mxGeometry relative="1" as="geometry"></mxGeometry>
        </mxCell>
        <mxCell id="emodel_36" value="" style="edgeStyle=orthogonalEdgeStyle;rounded=0;html=1;endArrow=none;strokeColor=#2e5c3a;strokeWidth=1.5;jettySize=auto;orthogonalLoop=1;exitX=0.545;exitDx=0;exitDy=0;entryX=0.500;entryDx=0;entryDy=0;exitY=1;entryY=1;" edge="1" parent="1" source="Order" target="Coupon">
          <mxGeometry relative="1" as="geometry"><Array as="points"><mxPoint x="1670.8" y="1012"/><mxPoint x="1060" y="1012"/></Array></mxGeometry>
        </mxCell>
        <mxCell id="emodel_37" value="" style="edgeStyle=orthogonalEdgeStyle;rounded=0;html=1;endArrow=none;strokeColor=#2e5c3a;strokeWidth=1.5;jettySize=auto;orthogonalLoop=1;exitX=0.455;exitDx=0;exitDy=0;entryX=0.320;entryDx=0;entryDy=0;exitY=1;entryY=1;" edge="1" parent="1" source="Product" target="ProductVariant">
          <mxGeometry relative="1" as="geometry"><Array as="points"><mxPoint x="2549.2" y="1044"/><mxPoint x="3416.8" y="1044"/></Array></mxGeometry>
        </mxCell>
        <mxCell id="emodel_38" value="" style="edgeStyle=orthogonalEdgeStyle;rounded=0;html=1;endArrow=none;strokeColor=#2e5c3a;strokeWidth=1.5;jettySize=auto;orthogonalLoop=1;exitX=0.545;exitDx=0;exitDy=0;entryX=0.500;entryDx=0;entryDy=0;exitY=1;entryY=1;" edge="1" parent="1" source="Product" target="Review">
          <mxGeometry relative="1" as="geometry"><Array as="points"><mxPoint x="2570.8" y="1076"/><mxPoint x="3160" y="1076"/></Array></mxGeometry>
        </mxCell>
        <mxCell id="emodel_39" value="" style="edgeStyle=orthogonalEdgeStyle;rounded=0;html=1;endArrow=none;strokeColor=#2e5c3a;strokeWidth=1.5;jettySize=auto;orthogonalLoop=1;exitX=0.410;exitDx=0;exitDy=0;entryX=0.500;entryDx=0;entryDy=0;exitY=1;entryY=1;" edge="1" parent="1" source="ProductVariant" target="Inventory">
          <mxGeometry relative="1" as="geometry"><Array as="points"><mxPoint x="3438.4" y="1108"/><mxPoint x="2260" y="1108"/></Array></mxGeometry>
        </mxCell>
        <mxCell id="emodel_40" value="" style="edgeStyle=orthogonalEdgeStyle;rounded=0;html=1;endArrow=none;strokeColor=#2e5c3a;strokeWidth=1.5;jettySize=auto;orthogonalLoop=1;exitX=0.500;exitDx=0;exitDy=0;entryX=0.500;entryDx=0;entryDy=0;exitY=1;entryY=1;" edge="1" parent="1" source="ProductVariant" target="InventoryLog">
          <mxGeometry relative="1" as="geometry"><Array as="points"><mxPoint x="3460" y="1140"/><mxPoint x="2860" y="1140"/></Array></mxGeometry>
        </mxCell>
        <mxCell id="emodel_41" value="" style="edgeStyle=orthogonalEdgeStyle;rounded=0;html=1;endArrow=none;strokeColor=#2e5c3a;strokeWidth=1.5;jettySize=auto;orthogonalLoop=1;exitX=0.590;exitDx=0;exitDy=0;entryX=0.500;entryDx=0;entryDy=0;exitY=1;entryY=1;" edge="1" parent="1" source="ProductVariant" target="CartItem">
          <mxGeometry relative="1" as="geometry"><Array as="points"><mxPoint x="3481.6" y="1172"/><mxPoint x="760" y="1172"/></Array></mxGeometry>
        </mxCell>
        <mxCell id="emodel_42" value="" style="edgeStyle=orthogonalEdgeStyle;rounded=0;html=1;endArrow=none;strokeColor=#2e5c3a;strokeWidth=1.5;jettySize=auto;orthogonalLoop=1;exitX=0.680;exitDx=0;exitDy=0;entryX=0.455;entryDx=0;entryDy=0;exitY=1;entryY=1;" edge="1" parent="1" source="ProductVariant" target="OrderItem">
          <mxGeometry relative="1" as="geometry"><Array as="points"><mxPoint x="3503.2" y="1204"/><mxPoint x="1949.2" y="1204"/></Array></mxGeometry>
        </mxCell>
        <mxCell id="emodel_43" value="" style="edgeStyle=orthogonalEdgeStyle;rounded=0;html=1;endArrow=none;strokeColor=#2e5c3a;strokeWidth=1.5;jettySize=auto;orthogonalLoop=1;exitX=0.590;exitDx=0;exitDy=0;entryX=0.545;entryDx=0;entryDy=0;exitY=1;entryY=1;" edge="1" parent="1" source="Review" target="OrderItem">
          <mxGeometry relative="1" as="geometry"><Array as="points"><mxPoint x="3181.6" y="1236"/><mxPoint x="1970.8" y="1236"/></Array></mxGeometry>
        </mxCell>
        <mxCell id="ecomp_44" value="" style="edgeStyle=orthogonalEdgeStyle;rounded=0;html=1;startArrow=diamondThin;startFill=1;startSize=14;endArrow=none;strokeColor=#2e5c3a;strokeWidth=1.5;jettySize=auto;orthogonalLoop=1;exitX=1;exitY=0.5;exitDx=0;exitDy=0;entryX=0;entryY=0.5;entryDx=0;entryDy=0;" edge="1" parent="1" source="Cart" target="CartItem">
          <mxGeometry relative="1" as="geometry"></mxGeometry>
        </mxCell>
        <mxCell id="ecomp_45" value="" style="edgeStyle=orthogonalEdgeStyle;rounded=0;html=1;startArrow=diamondThin;startFill=1;startSize=14;endArrow=none;strokeColor=#2e5c3a;strokeWidth=1.5;jettySize=auto;orthogonalLoop=1;exitX=1;exitY=0.5;exitDx=0;exitDy=0;entryX=0;entryY=0.5;entryDx=0;entryDy=0;" edge="1" parent="1" source="Order" target="OrderItem">
          <mxGeometry relative="1" as="geometry"></mxGeometry>
        </mxCell>
        <mxCell id="legend_title" value="■ 凡例" style="text;html=1;fontSize=13;fontStyle=1;fontColor=#1a3a5c;align=left;verticalAlign=middle;" vertex="1" parent="1">
          <mxGeometry x="40" y="1340" width="200" height="24" as="geometry"/>
        </mxCell>
        <mxCell id="lg1" value="点線矢印（依存）: Controller→Service, Service→Service" style="text;html=1;fontSize=11;align=left;verticalAlign=middle;" vertex="1" parent="1">
          <mxGeometry x="40" y="1370" width="640" height="24" as="geometry"/>
        </mxCell>
        <mxCell id="lg2" value="実線矢印（関連）: Service→Model" style="text;html=1;fontSize=11;fontColor=#1a3a5c;align=left;verticalAlign=middle;" vertex="1" parent="1">
          <mxGeometry x="40" y="1398" width="640" height="24" as="geometry"/>
        </mxCell>
        <mxCell id="lg3" value="実線（矢印なし）: Model間の関連（1-N）" style="text;html=1;fontSize=11;fontColor=#2e5c3a;align=left;verticalAlign=middle;" vertex="1" parent="1">
          <mxGeometry x="40" y="1426" width="640" height="24" as="geometry"/>
        </mxCell>
        <mxCell id="lg4" value="◆（実）: コンポジション（Cart-CartItem, Order-OrderItem — 親削除でCASCADE）" style="text;html=1;fontSize=11;fontColor=#2e5c3a;align=left;verticalAlign=middle;" vertex="1" parent="1">
          <mxGeometry x="40" y="1454" width="640" height="24" as="geometry"/>
        </mxCell>
        <mxCell id="lg5" value="色: 茶=Controller / 紺=Service / 緑=Model / 灰=境界参照Model（Product, ProductVariant）" style="text;html=1;fontSize=11;fontColor=#666666;align=left;verticalAlign=middle;" vertex="1" parent="1">
          <mxGeometry x="40" y="1482" width="700" height="24" as="geometry"/>
        </mxCell>
        <mxCell id="lg6" value="配置: barycenter法で並べ替え、遠距離の関連は帯（gap band）越しに迂回配線" style="text;html=1;fontSize=11;fontColor=#666666;align=left;verticalAlign=middle;" vertex="1" parent="1">
          <mxGeometry x="40" y="1510" width="700" height="24" as="geometry"/>
        </mxCell>
            </root>
        </mxGraphModel>
    </diagram>
</mxfile>
